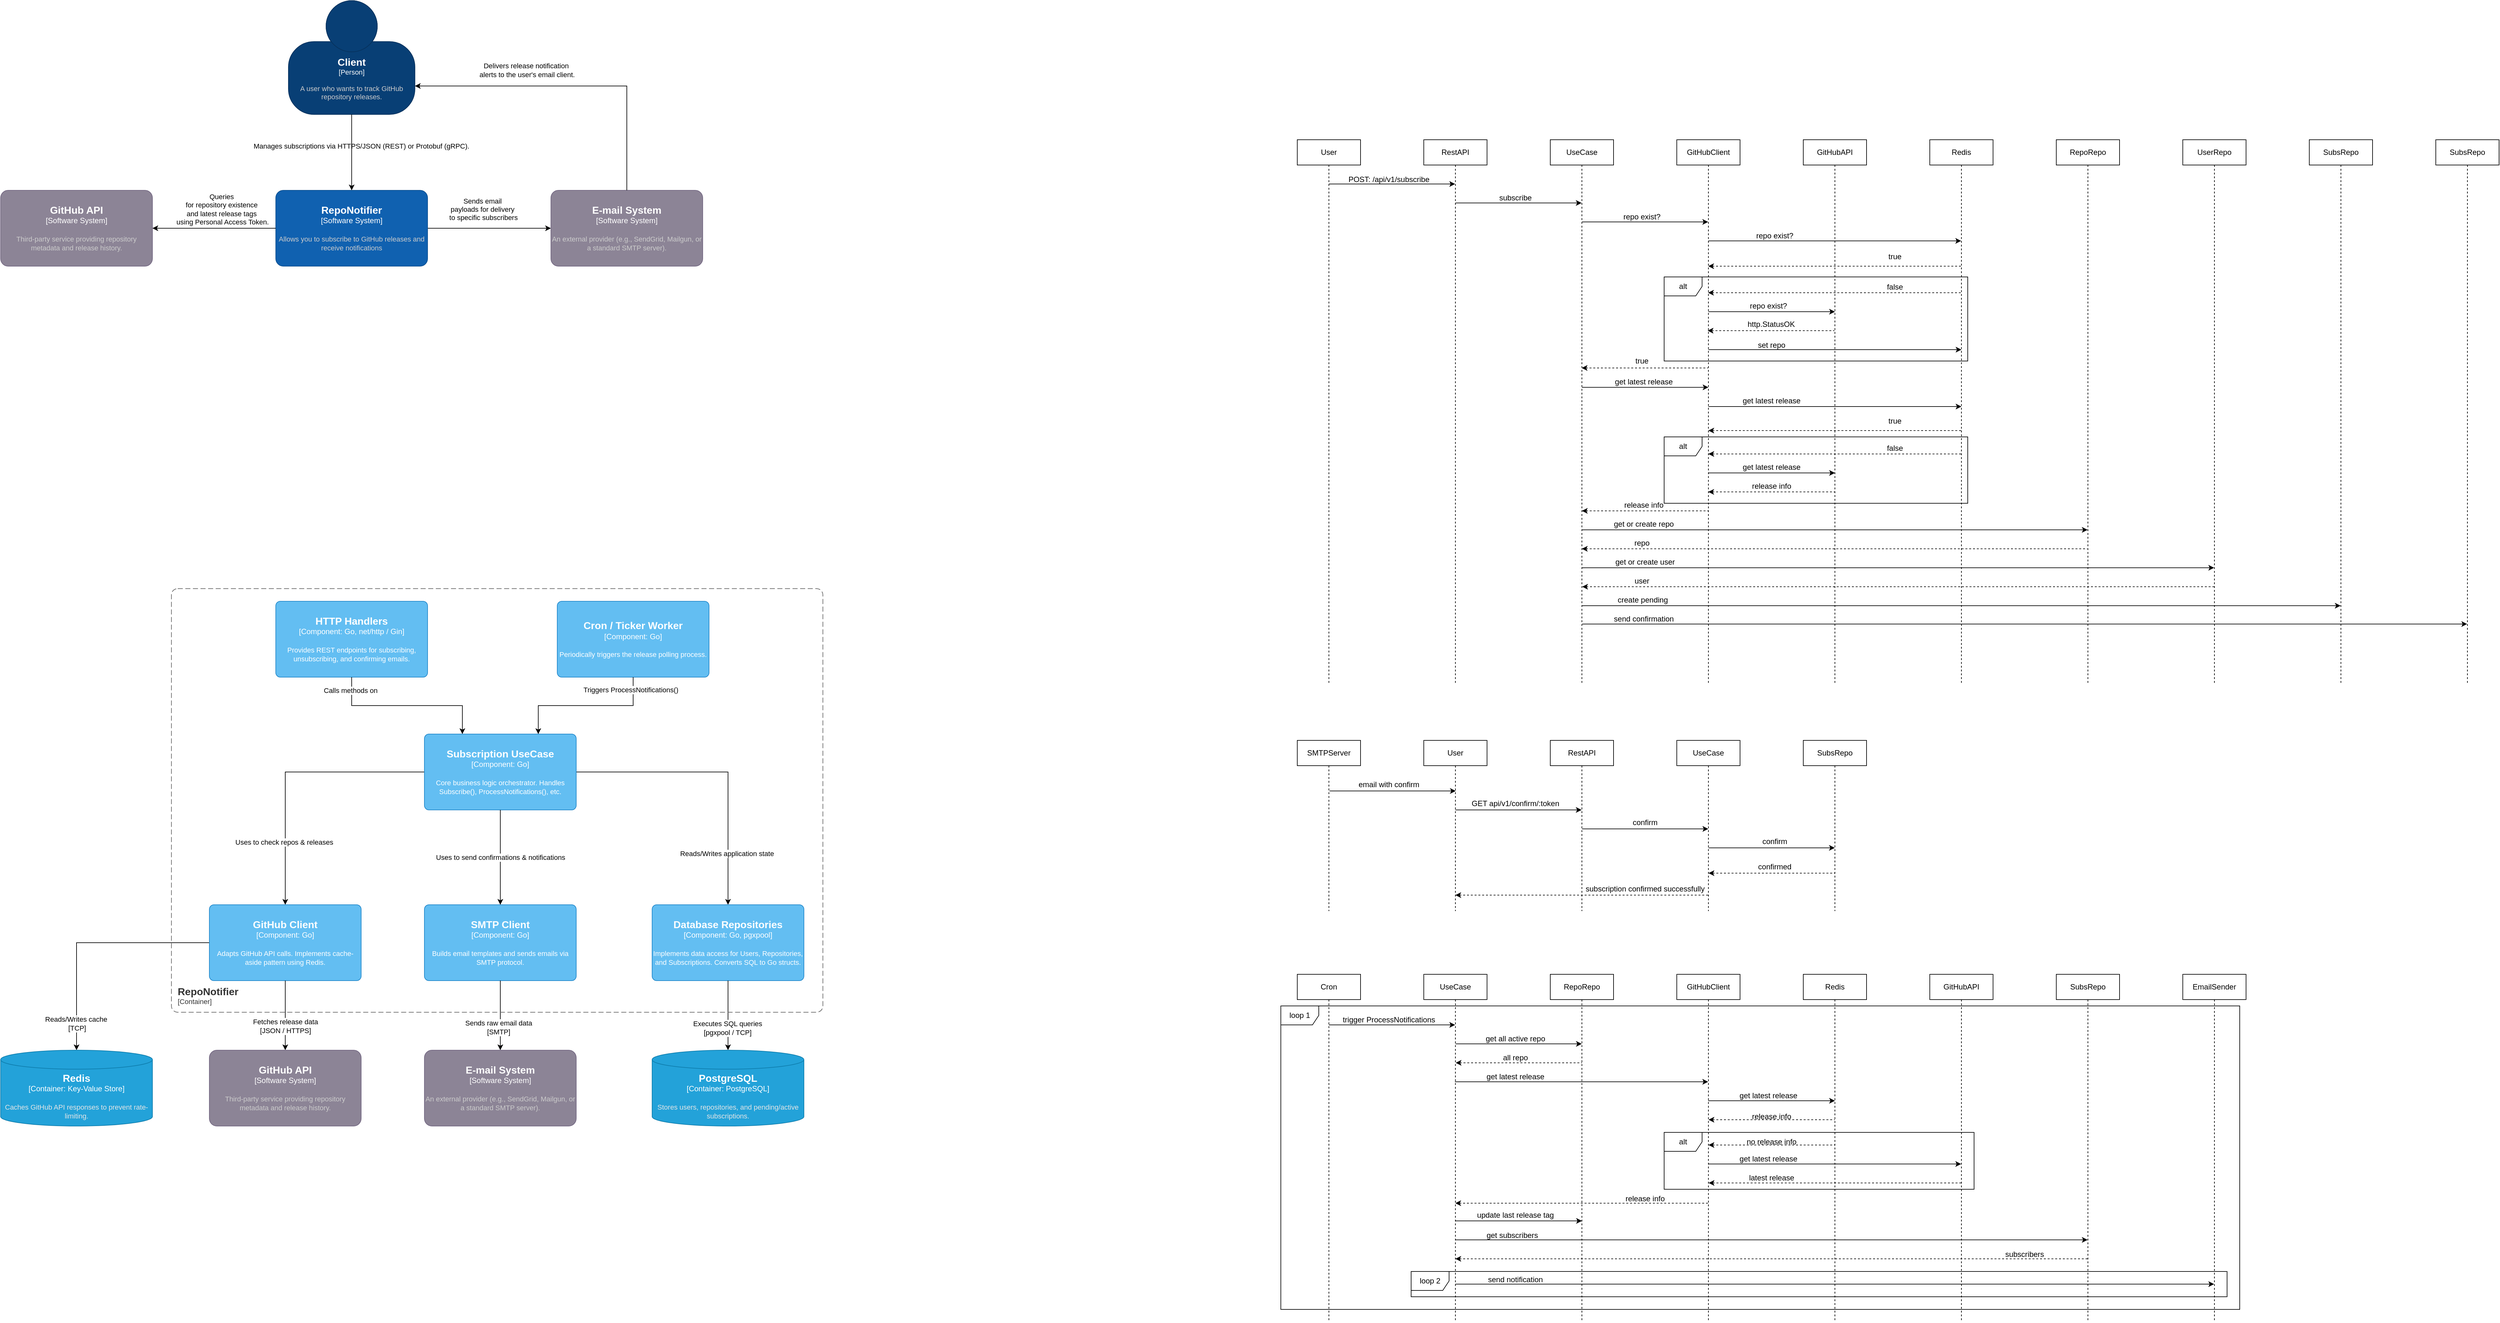
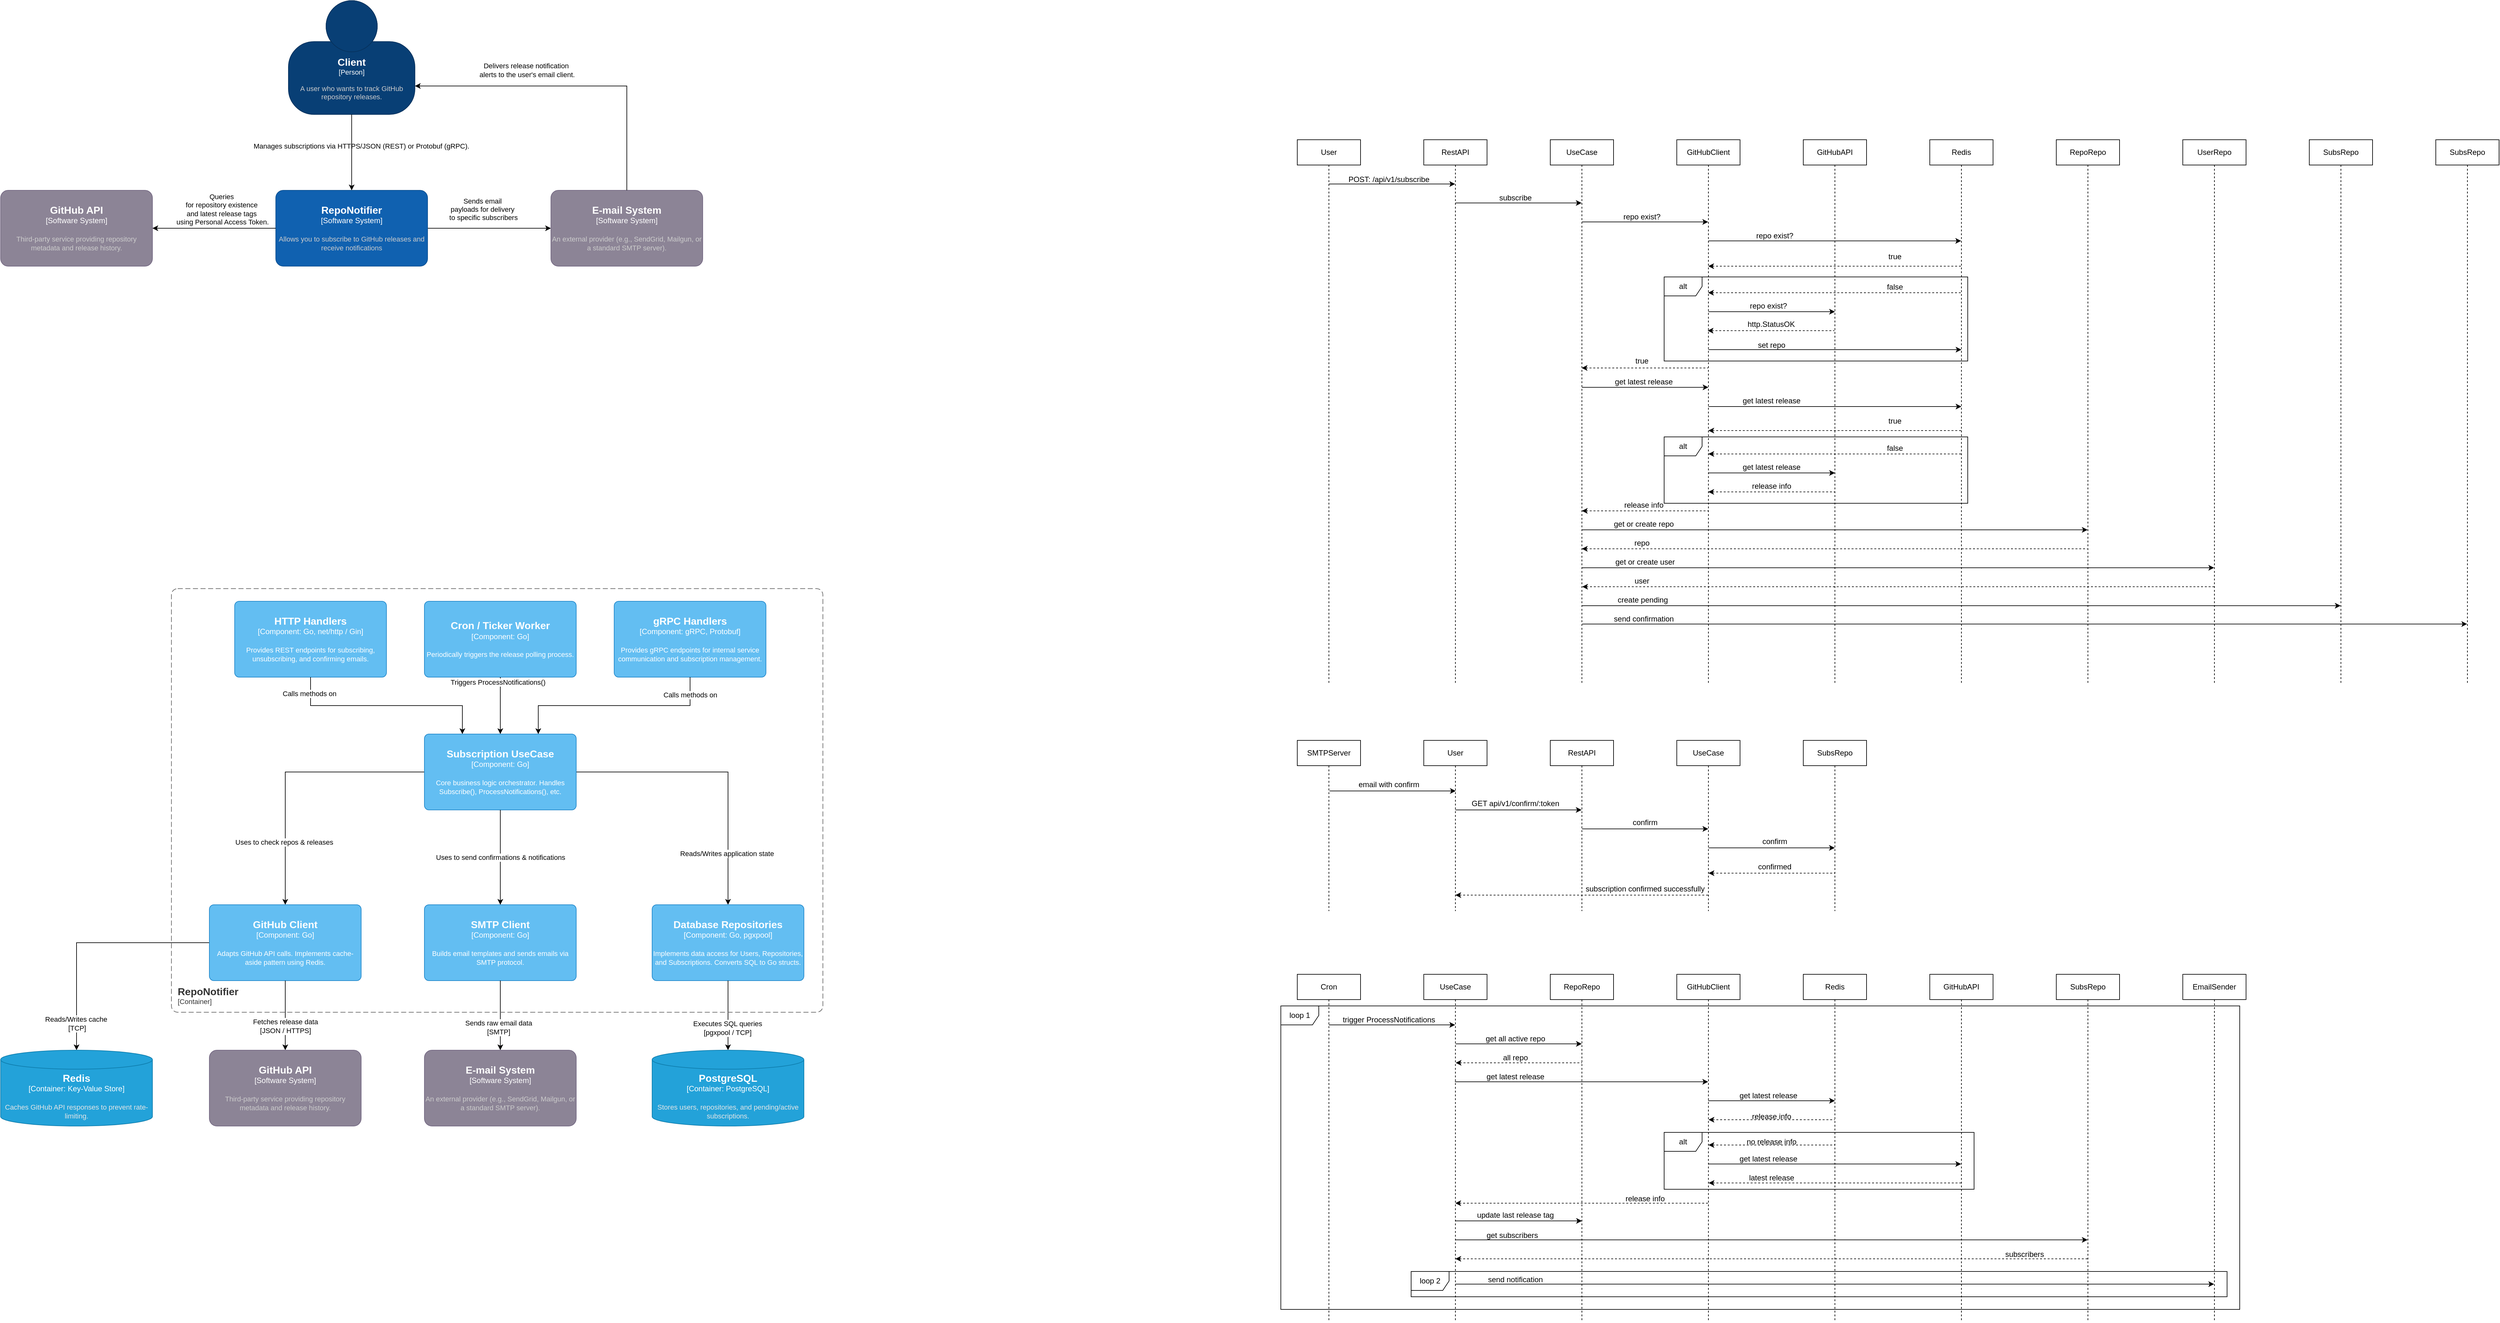
<mxfile host="Electron" agent="Mozilla/5.0 (Windows NT 10.0; Win64; x64) AppleWebKit/537.36 (KHTML, like Gecko) draw.io/29.6.1 Chrome/142.0.7444.265 Electron/39.8.0 Safari/537.36" version="29.6.1">
  <diagram name="Page-1" id="_mX6O2-_YA1HbkudUwjN">
    <mxGraphModel dx="4634" dy="1268" grid="1" gridSize="10" guides="1" tooltips="1" connect="1" arrows="1" fold="1" page="1" pageScale="1" pageWidth="850" pageHeight="1100" background="light-dark(#ffffff, #ededed)" math="0" shadow="0">
      <root>
        <mxCell id="0" />
        <mxCell id="1" parent="0" />
        <object placeholders="1" c4Name="Client" c4Type="Person" c4Description="A user who wants to track GitHub repository releases." label="&lt;font style=&quot;font-size: 16px&quot;&gt;&lt;b&gt;%c4Name%&lt;/b&gt;&lt;/font&gt;&lt;div&gt;[%c4Type%]&lt;/div&gt;&lt;br&gt;&lt;div&gt;&lt;font style=&quot;font-size: 11px&quot;&gt;&lt;font color=&quot;#cccccc&quot;&gt;%c4Description%&lt;/font&gt;&lt;/div&gt;" id="KqjU06csI6xiLWW79y0R-1">
          <mxCell parent="1" style="html=1;fontSize=11;dashed=0;whiteSpace=wrap;fillColor=#083F75;strokeColor=#06315C;fontColor=#ffffff;shape=mxgraph.c4.person2;align=center;metaEdit=1;points=[[0.5,0,0],[1,0.5,0],[1,0.75,0],[0.75,1,0],[0.5,1,0],[0.25,1,0],[0,0.75,0],[0,0.5,0]];resizable=0;" vertex="1">
            <mxGeometry height="180" width="200" x="-1315" y="20" as="geometry" />
          </mxCell>
        </object>
        <mxCell id="KqjU06csI6xiLWW79y0R-6" edge="1" parent="1" source="KqjU06csI6xiLWW79y0R-2" style="edgeStyle=orthogonalEdgeStyle;rounded=0;orthogonalLoop=1;jettySize=auto;html=1;" target="KqjU06csI6xiLWW79y0R-4">
          <mxGeometry relative="1" as="geometry" />
        </mxCell>
        <mxCell id="KqjU06csI6xiLWW79y0R-10" connectable="0" parent="KqjU06csI6xiLWW79y0R-6" style="edgeLabel;html=1;align=center;verticalAlign=middle;resizable=0;points=[];" value="Sends email&amp;nbsp;&lt;div&gt;payloads for delivery&amp;nbsp;&lt;/div&gt;&lt;div&gt;to specific subscribers&lt;/div&gt;" vertex="1">
          <mxGeometry relative="1" x="-0.1036" y="1" as="geometry">
            <mxPoint y="-29" as="offset" />
          </mxGeometry>
        </mxCell>
        <object placeholders="1" c4Name="RepoNotifier" c4Type="Software System" c4Description="Allows you to subscribe to GitHub releases and receive notifications" label="&lt;font style=&quot;font-size: 16px&quot;&gt;&lt;b&gt;%c4Name%&lt;/b&gt;&lt;/font&gt;&lt;div&gt;[%c4Type%]&lt;/div&gt;&lt;br&gt;&lt;div&gt;&lt;font style=&quot;font-size: 11px&quot;&gt;&lt;font color=&quot;#cccccc&quot;&gt;%c4Description%&lt;/font&gt;&lt;/div&gt;" id="KqjU06csI6xiLWW79y0R-2">
          <mxCell parent="1" style="rounded=1;whiteSpace=wrap;html=1;labelBackgroundColor=none;fillColor=#1061B0;fontColor=#ffffff;align=center;arcSize=10;strokeColor=#0D5091;metaEdit=1;resizable=0;points=[[0.25,0,0],[0.5,0,0],[0.75,0,0],[1,0.25,0],[1,0.5,0],[1,0.75,0],[0.75,1,0],[0.5,1,0],[0.25,1,0],[0,0.75,0],[0,0.5,0],[0,0.25,0]];" vertex="1">
            <mxGeometry height="120" width="240" x="-1335" y="320" as="geometry" />
          </mxCell>
        </object>
        <object placeholders="1" c4Name="GitHub API" c4Type="Software System" c4Description="Third-party service providing repository metadata and release history." label="&lt;font style=&quot;font-size: 16px&quot;&gt;&lt;b&gt;%c4Name%&lt;/b&gt;&lt;/font&gt;&lt;div&gt;[%c4Type%]&lt;/div&gt;&lt;br&gt;&lt;div&gt;&lt;font style=&quot;font-size: 11px&quot;&gt;&lt;font color=&quot;#cccccc&quot;&gt;%c4Description%&lt;/font&gt;&lt;/div&gt;" id="KqjU06csI6xiLWW79y0R-3">
          <mxCell parent="1" style="rounded=1;whiteSpace=wrap;html=1;labelBackgroundColor=none;fillColor=#8C8496;fontColor=#ffffff;align=center;arcSize=10;strokeColor=#736782;metaEdit=1;resizable=0;points=[[0.25,0,0],[0.5,0,0],[0.75,0,0],[1,0.25,0],[1,0.5,0],[1,0.75,0],[0.75,1,0],[0.5,1,0],[0.25,1,0],[0,0.75,0],[0,0.5,0],[0,0.25,0]];" vertex="1">
            <mxGeometry height="120" width="240" x="-1770" y="320" as="geometry" />
          </mxCell>
        </object>
        <object placeholders="1" c4Name="E-mail System" c4Type="Software System" c4Description="An external provider (e.g., SendGrid, Mailgun, or a standard SMTP server)." label="&lt;font style=&quot;font-size: 16px&quot;&gt;&lt;b&gt;%c4Name%&lt;/b&gt;&lt;/font&gt;&lt;div&gt;[%c4Type%]&lt;/div&gt;&lt;br&gt;&lt;div&gt;&lt;font style=&quot;font-size: 11px&quot;&gt;&lt;font color=&quot;#cccccc&quot;&gt;%c4Description%&lt;/font&gt;&lt;/div&gt;" id="KqjU06csI6xiLWW79y0R-4">
          <mxCell parent="1" style="rounded=1;whiteSpace=wrap;html=1;labelBackgroundColor=none;fillColor=#8C8496;fontColor=#ffffff;align=center;arcSize=10;strokeColor=#736782;metaEdit=1;resizable=0;points=[[0.25,0,0],[0.5,0,0],[0.75,0,0],[1,0.25,0],[1,0.5,0],[1,0.75,0],[0.75,1,0],[0.5,1,0],[0.25,1,0],[0,0.75,0],[0,0.5,0],[0,0.25,0]];" vertex="1">
            <mxGeometry height="120" width="240" x="-900" y="320" as="geometry" />
          </mxCell>
        </object>
        <mxCell id="KqjU06csI6xiLWW79y0R-5" edge="1" parent="1" source="KqjU06csI6xiLWW79y0R-2" style="edgeStyle=orthogonalEdgeStyle;rounded=0;orthogonalLoop=1;jettySize=auto;html=1;entryX=1;entryY=0.5;entryDx=0;entryDy=0;entryPerimeter=0;" target="KqjU06csI6xiLWW79y0R-3">
          <mxGeometry relative="1" as="geometry" />
        </mxCell>
        <mxCell id="KqjU06csI6xiLWW79y0R-9" connectable="0" parent="KqjU06csI6xiLWW79y0R-5" style="edgeLabel;html=1;align=center;verticalAlign=middle;resizable=0;points=[];labelBackgroundColor=none;" value="Queries&lt;div&gt;&amp;nbsp;for repository existence&amp;nbsp;&lt;/div&gt;&lt;div&gt;and latest release tags&lt;/div&gt;&lt;div&gt;&amp;nbsp;using Personal Access Token.&lt;/div&gt;" vertex="1">
          <mxGeometry relative="1" x="-0.1162" y="-3" as="geometry">
            <mxPoint y="-27" as="offset" />
          </mxGeometry>
        </mxCell>
        <mxCell id="KqjU06csI6xiLWW79y0R-7" edge="1" parent="1" source="KqjU06csI6xiLWW79y0R-1" style="edgeStyle=orthogonalEdgeStyle;rounded=0;orthogonalLoop=1;jettySize=auto;html=1;entryX=0.5;entryY=0;entryDx=0;entryDy=0;entryPerimeter=0;" target="KqjU06csI6xiLWW79y0R-2">
          <mxGeometry relative="1" as="geometry" />
        </mxCell>
        <mxCell id="KqjU06csI6xiLWW79y0R-8" connectable="0" parent="KqjU06csI6xiLWW79y0R-7" style="edgeLabel;html=1;align=center;verticalAlign=middle;resizable=0;points=[];labelBackgroundColor=none;" value="Manages subscriptions via HTTPS/JSON (REST) or Protobuf (gRPC)." vertex="1">
          <mxGeometry relative="1" x="-0.1633" y="-2" as="geometry">
            <mxPoint x="17" as="offset" />
          </mxGeometry>
        </mxCell>
        <mxCell id="KqjU06csI6xiLWW79y0R-11" edge="1" parent="1" source="KqjU06csI6xiLWW79y0R-4" style="edgeStyle=orthogonalEdgeStyle;rounded=0;orthogonalLoop=1;jettySize=auto;html=1;entryX=1;entryY=0.75;entryDx=0;entryDy=0;entryPerimeter=0;exitX=0.5;exitY=0;exitDx=0;exitDy=0;exitPerimeter=0;" target="KqjU06csI6xiLWW79y0R-1">
          <mxGeometry relative="1" as="geometry" />
        </mxCell>
        <mxCell id="KqjU06csI6xiLWW79y0R-12" connectable="0" parent="KqjU06csI6xiLWW79y0R-11" style="edgeLabel;html=1;align=center;verticalAlign=middle;resizable=0;points=[];" value="Delivers release notification&amp;nbsp;&lt;div&gt;alerts to the user&#39;s email client.&lt;/div&gt;" vertex="1">
          <mxGeometry relative="1" x="0.2928" y="-3" as="geometry">
            <mxPoint y="-22" as="offset" />
          </mxGeometry>
        </mxCell>
        <object placeholders="1" c4Name="HTTP Handlers" c4Type="Component" c4Technology="Go, net/http / Gin" c4Description="Provides REST endpoints for subscribing, unsubscribing, and confirming emails." label="&lt;font style=&quot;font-size: 16px&quot;&gt;&lt;b&gt;%c4Name%&lt;/b&gt;&lt;/font&gt;&lt;div&gt;[%c4Type%: %c4Technology%]&lt;/div&gt;&lt;br&gt;&lt;div&gt;&lt;font style=&quot;font-size: 11px&quot;&gt;%c4Description%&lt;/font&gt;&lt;/div&gt;" id="6TYx0S4oUNZdPBhkwosm-1">
          <mxCell parent="1" style="rounded=1;whiteSpace=wrap;html=1;labelBackgroundColor=none;fillColor=#63BEF2;fontColor=#ffffff;align=center;arcSize=6;strokeColor=#2086C9;metaEdit=1;resizable=0;points=[[0.25,0,0],[0.5,0,0],[0.75,0,0],[1,0.25,0],[1,0.5,0],[1,0.75,0],[0.75,1,0],[0.5,1,0],[0.25,1,0],[0,0.75,0],[0,0.5,0],[0,0.25,0]];" vertex="1">
-             <mxGeometry height="120" width="240" x="-1335" y="970" as="geometry" />
+             <mxGeometry height="120" width="240" x="-1400" y="970" as="geometry" />
          </mxCell>
        </object>
        <object placeholders="1" c4Name="Cron / Ticker Worker" c4Type="Component" c4Technology="Go" c4Description="Periodically triggers the release polling process." label="&lt;font style=&quot;font-size: 16px&quot;&gt;&lt;b&gt;%c4Name%&lt;/b&gt;&lt;/font&gt;&lt;div&gt;[%c4Type%: %c4Technology%]&lt;/div&gt;&lt;br&gt;&lt;div&gt;&lt;font style=&quot;font-size: 11px&quot;&gt;%c4Description%&lt;/font&gt;&lt;/div&gt;" id="6TYx0S4oUNZdPBhkwosm-3">
          <mxCell parent="1" style="rounded=1;whiteSpace=wrap;html=1;labelBackgroundColor=none;fillColor=#63BEF2;fontColor=#ffffff;align=center;arcSize=6;strokeColor=#2086C9;metaEdit=1;resizable=0;points=[[0.25,0,0],[0.5,0,0],[0.75,0,0],[1,0.25,0],[1,0.5,0],[1,0.75,0],[0.75,1,0],[0.5,1,0],[0.25,1,0],[0,0.75,0],[0,0.5,0],[0,0.25,0]];" vertex="1">
-             <mxGeometry height="120" width="240" x="-890" y="970" as="geometry" />
+             <mxGeometry height="120" width="240" x="-1100" y="970" as="geometry" />
          </mxCell>
        </object>
        <mxCell id="6TYx0S4oUNZdPBhkwosm-17" edge="1" parent="1" source="6TYx0S4oUNZdPBhkwosm-4" style="edgeStyle=orthogonalEdgeStyle;rounded=0;orthogonalLoop=1;jettySize=auto;html=1;" target="6TYx0S4oUNZdPBhkwosm-5">
          <mxGeometry relative="1" as="geometry" />
        </mxCell>
        <mxCell id="6TYx0S4oUNZdPBhkwosm-26" connectable="0" parent="6TYx0S4oUNZdPBhkwosm-17" style="edgeLabel;html=1;align=center;verticalAlign=middle;resizable=0;points=[];" value="Uses to check repos &amp;amp; releases" vertex="1">
          <mxGeometry relative="1" x="0.5382" y="-2" as="geometry">
            <mxPoint as="offset" />
          </mxGeometry>
        </mxCell>
        <mxCell id="6TYx0S4oUNZdPBhkwosm-18" edge="1" parent="1" source="6TYx0S4oUNZdPBhkwosm-4" style="edgeStyle=orthogonalEdgeStyle;rounded=0;orthogonalLoop=1;jettySize=auto;html=1;" target="6TYx0S4oUNZdPBhkwosm-7">
          <mxGeometry relative="1" as="geometry" />
        </mxCell>
        <mxCell id="6TYx0S4oUNZdPBhkwosm-27" connectable="0" parent="6TYx0S4oUNZdPBhkwosm-18" style="edgeLabel;html=1;align=center;verticalAlign=middle;resizable=0;points=[];" value="Reads/Writes application state" vertex="1">
          <mxGeometry relative="1" x="0.6371" y="-2" as="geometry">
            <mxPoint as="offset" />
          </mxGeometry>
        </mxCell>
        <object placeholders="1" c4Name="Subscription UseCase" c4Type="Component" c4Technology="Go" c4Description="Core business logic orchestrator. Handles Subscribe(), ProcessNotifications(), etc." label="&lt;font style=&quot;font-size: 16px&quot;&gt;&lt;b&gt;%c4Name%&lt;/b&gt;&lt;/font&gt;&lt;div&gt;[%c4Type%: %c4Technology%]&lt;/div&gt;&lt;br&gt;&lt;div&gt;&lt;font style=&quot;font-size: 11px&quot;&gt;%c4Description%&lt;/font&gt;&lt;/div&gt;" id="6TYx0S4oUNZdPBhkwosm-4">
          <mxCell parent="1" style="rounded=1;whiteSpace=wrap;html=1;labelBackgroundColor=none;fillColor=#63BEF2;fontColor=#ffffff;align=center;arcSize=6;strokeColor=#2086C9;metaEdit=1;resizable=0;points=[[0.25,0,0],[0.5,0,0],[0.75,0,0],[1,0.25,0],[1,0.5,0],[1,0.75,0],[0.75,1,0],[0.5,1,0],[0.25,1,0],[0,0.75,0],[0,0.5,0],[0,0.25,0]];" vertex="1">
            <mxGeometry height="120" width="240" x="-1100" y="1180" as="geometry" />
          </mxCell>
        </object>
        <mxCell id="6TYx0S4oUNZdPBhkwosm-12" edge="1" parent="1" source="6TYx0S4oUNZdPBhkwosm-5" style="edgeStyle=orthogonalEdgeStyle;rounded=0;orthogonalLoop=1;jettySize=auto;html=1;" target="6TYx0S4oUNZdPBhkwosm-8">
          <mxGeometry relative="1" as="geometry" />
        </mxCell>
        <mxCell id="6TYx0S4oUNZdPBhkwosm-29" connectable="0" parent="6TYx0S4oUNZdPBhkwosm-12" style="edgeLabel;html=1;align=center;verticalAlign=middle;resizable=0;points=[];" value="Reads/Writes cache&lt;br&gt;&amp;nbsp;[TCP]" vertex="1">
          <mxGeometry relative="1" x="0.7765" y="-1" as="geometry">
            <mxPoint as="offset" />
          </mxGeometry>
        </mxCell>
        <object placeholders="1" c4Name="GitHub Client" c4Type="Component" c4Technology="Go" c4Description="Adapts GitHub API calls. Implements cache-aside pattern using Redis." label="&lt;font style=&quot;font-size: 16px&quot;&gt;&lt;b&gt;%c4Name%&lt;/b&gt;&lt;/font&gt;&lt;div&gt;[%c4Type%: %c4Technology%]&lt;/div&gt;&lt;br&gt;&lt;div&gt;&lt;font style=&quot;font-size: 11px&quot;&gt;%c4Description%&lt;/font&gt;&lt;/div&gt;" id="6TYx0S4oUNZdPBhkwosm-5">
          <mxCell parent="1" style="rounded=1;whiteSpace=wrap;html=1;labelBackgroundColor=none;fillColor=#63BEF2;fontColor=#ffffff;align=center;arcSize=6;strokeColor=#2086C9;metaEdit=1;resizable=0;points=[[0.25,0,0],[0.5,0,0],[0.75,0,0],[1,0.25,0],[1,0.5,0],[1,0.75,0],[0.75,1,0],[0.5,1,0],[0.25,1,0],[0,0.75,0],[0,0.5,0],[0,0.25,0]];" vertex="1">
            <mxGeometry height="120" width="240" x="-1440" y="1450" as="geometry" />
          </mxCell>
        </object>
        <object placeholders="1" c4Name="SMTP Client" c4Type="Component" c4Technology="Go" c4Description="Builds email templates and sends emails via SMTP protocol." label="&lt;font style=&quot;font-size: 16px&quot;&gt;&lt;b&gt;%c4Name%&lt;/b&gt;&lt;/font&gt;&lt;div&gt;[%c4Type%: %c4Technology%]&lt;/div&gt;&lt;br&gt;&lt;div&gt;&lt;font style=&quot;font-size: 11px&quot;&gt;%c4Description%&lt;/font&gt;&lt;/div&gt;" id="6TYx0S4oUNZdPBhkwosm-6">
          <mxCell parent="1" style="rounded=1;whiteSpace=wrap;html=1;labelBackgroundColor=none;fillColor=#63BEF2;fontColor=#ffffff;align=center;arcSize=6;strokeColor=#2086C9;metaEdit=1;resizable=0;points=[[0.25,0,0],[0.5,0,0],[0.75,0,0],[1,0.25,0],[1,0.5,0],[1,0.75,0],[0.75,1,0],[0.5,1,0],[0.25,1,0],[0,0.75,0],[0,0.5,0],[0,0.25,0]];" vertex="1">
            <mxGeometry height="120" width="240" x="-1100" y="1450" as="geometry" />
          </mxCell>
        </object>
        <object placeholders="1" c4Name="Database Repositories" c4Type="Component" c4Technology="Go, pgxpool" c4Description="Implements data access for Users, Repositories, and Subscriptions. Converts SQL to Go structs." label="&lt;font style=&quot;font-size: 16px&quot;&gt;&lt;b&gt;%c4Name%&lt;/b&gt;&lt;/font&gt;&lt;div&gt;[%c4Type%: %c4Technology%]&lt;/div&gt;&lt;br&gt;&lt;div&gt;&lt;font style=&quot;font-size: 11px&quot;&gt;%c4Description%&lt;/font&gt;&lt;/div&gt;" id="6TYx0S4oUNZdPBhkwosm-7">
          <mxCell parent="1" style="rounded=1;whiteSpace=wrap;html=1;labelBackgroundColor=none;fillColor=#63BEF2;fontColor=#ffffff;align=center;arcSize=6;strokeColor=#2086C9;metaEdit=1;resizable=0;points=[[0.25,0,0],[0.5,0,0],[0.75,0,0],[1,0.25,0],[1,0.5,0],[1,0.75,0],[0.75,1,0],[0.5,1,0],[0.25,1,0],[0,0.75,0],[0,0.5,0],[0,0.25,0]];" vertex="1">
            <mxGeometry height="120" width="240" x="-740" y="1450" as="geometry" />
          </mxCell>
        </object>
        <object placeholders="1" c4Name="Redis" c4Type="Container" c4Technology="Key-Value Store" c4Description="Caches GitHub API responses to prevent rate-limiting." label="&lt;font style=&quot;font-size: 16px&quot;&gt;&lt;b&gt;%c4Name%&lt;/b&gt;&lt;/font&gt;&lt;div&gt;[%c4Type%:&amp;nbsp;%c4Technology%]&lt;/div&gt;&lt;br&gt;&lt;div&gt;&lt;font style=&quot;font-size: 11px&quot;&gt;&lt;font color=&quot;#E6E6E6&quot;&gt;%c4Description%&lt;/font&gt;&lt;/div&gt;" id="6TYx0S4oUNZdPBhkwosm-8">
          <mxCell parent="1" style="shape=cylinder3;size=15;whiteSpace=wrap;html=1;boundedLbl=1;rounded=0;labelBackgroundColor=none;fillColor=#23A2D9;fontSize=12;fontColor=#ffffff;align=center;strokeColor=#0E7DAD;metaEdit=1;points=[[0.5,0,0],[1,0.25,0],[1,0.5,0],[1,0.75,0],[0.5,1,0],[0,0.75,0],[0,0.5,0],[0,0.25,0]];resizable=0;" vertex="1">
            <mxGeometry height="120" width="240" x="-1770" y="1680" as="geometry" />
          </mxCell>
        </object>
        <mxCell id="6TYx0S4oUNZdPBhkwosm-13" edge="1" parent="1" source="6TYx0S4oUNZdPBhkwosm-5" style="edgeStyle=orthogonalEdgeStyle;rounded=0;orthogonalLoop=1;jettySize=auto;html=1;entryX=0.5;entryY=0;entryDx=0;entryDy=0;entryPerimeter=0;" target="6TYx0S4oUNZdPBhkwosm-22">
          <mxGeometry relative="1" as="geometry">
            <mxPoint x="-1320" y="1680" as="targetPoint" />
          </mxGeometry>
        </mxCell>
        <mxCell id="6TYx0S4oUNZdPBhkwosm-30" connectable="0" parent="6TYx0S4oUNZdPBhkwosm-13" style="edgeLabel;html=1;align=center;verticalAlign=middle;resizable=0;points=[];" value="Fetches release data&lt;br&gt;[JSON / HTTPS]" vertex="1">
          <mxGeometry relative="1" x="0.3134" as="geometry">
            <mxPoint as="offset" />
          </mxGeometry>
        </mxCell>
        <mxCell id="6TYx0S4oUNZdPBhkwosm-14" edge="1" parent="1" source="6TYx0S4oUNZdPBhkwosm-6" style="edgeStyle=orthogonalEdgeStyle;rounded=0;orthogonalLoop=1;jettySize=auto;html=1;" target="6TYx0S4oUNZdPBhkwosm-23">
          <mxGeometry relative="1" as="geometry">
            <mxPoint x="-980" y="1680" as="targetPoint" />
          </mxGeometry>
        </mxCell>
        <mxCell id="6TYx0S4oUNZdPBhkwosm-31" connectable="0" parent="6TYx0S4oUNZdPBhkwosm-14" style="edgeLabel;html=1;align=center;verticalAlign=middle;resizable=0;points=[];" value="Sends raw email data&lt;br&gt;[SMTP]" vertex="1">
          <mxGeometry relative="1" x="0.3348" y="-3" as="geometry">
            <mxPoint as="offset" />
          </mxGeometry>
        </mxCell>
        <mxCell id="6TYx0S4oUNZdPBhkwosm-15" edge="1" parent="1" source="6TYx0S4oUNZdPBhkwosm-7" style="edgeStyle=orthogonalEdgeStyle;rounded=0;orthogonalLoop=1;jettySize=auto;html=1;entryX=0.5;entryY=0;entryDx=0;entryDy=0;entryPerimeter=0;" target="6TYx0S4oUNZdPBhkwosm-32">
          <mxGeometry relative="1" as="geometry">
            <mxPoint x="-620" y="1680" as="targetPoint" />
          </mxGeometry>
        </mxCell>
        <mxCell id="6TYx0S4oUNZdPBhkwosm-28" connectable="0" parent="6TYx0S4oUNZdPBhkwosm-15" style="edgeLabel;html=1;align=center;verticalAlign=middle;resizable=0;points=[];" value="Executes SQL queries&lt;br&gt;[pgxpool / TCP]" vertex="1">
          <mxGeometry relative="1" x="0.3604" y="-1" as="geometry">
            <mxPoint as="offset" />
          </mxGeometry>
        </mxCell>
        <mxCell id="6TYx0S4oUNZdPBhkwosm-16" edge="1" parent="1" source="6TYx0S4oUNZdPBhkwosm-4" style="edgeStyle=orthogonalEdgeStyle;rounded=0;orthogonalLoop=1;jettySize=auto;html=1;entryX=0.5;entryY=0;entryDx=0;entryDy=0;entryPerimeter=0;" target="6TYx0S4oUNZdPBhkwosm-6" value="Uses to send confirmations &amp; notifications">
          <mxGeometry relative="1" as="geometry" />
        </mxCell>
-         <mxCell id="6TYx0S4oUNZdPBhkwosm-19" edge="1" parent="1" source="6TYx0S4oUNZdPBhkwosm-1" style="edgeStyle=orthogonalEdgeStyle;rounded=0;orthogonalLoop=1;jettySize=auto;html=1;entryX=0.25;entryY=0;entryDx=0;entryDy=0;entryPerimeter=0;" target="6TYx0S4oUNZdPBhkwosm-4">
+         <mxCell id="6TYx0S4oUNZdPBhkwosm-19" edge="1" parent="1" source="6TYx0S4oUNZdPBhkwosm-1" style="edgeStyle=orthogonalEdgeStyle;rounded=0;orthogonalLoop=1;jettySize=auto;html=1;entryX=0.25;entryY=0;entryDx=0;entryDy=0;entryPerimeter=0;exitX=0.5;exitY=1;exitDx=0;exitDy=0;exitPerimeter=0;" target="6TYx0S4oUNZdPBhkwosm-4">
          <mxGeometry relative="1" as="geometry" />
        </mxCell>
        <mxCell id="6TYx0S4oUNZdPBhkwosm-24" connectable="0" parent="6TYx0S4oUNZdPBhkwosm-19" style="edgeLabel;html=1;align=center;verticalAlign=middle;resizable=0;points=[];" value="Calls methods on" vertex="1">
          <mxGeometry relative="1" x="-0.8437" y="-2" as="geometry">
            <mxPoint as="offset" />
          </mxGeometry>
        </mxCell>
-         <mxCell id="6TYx0S4oUNZdPBhkwosm-20" edge="1" parent="1" source="6TYx0S4oUNZdPBhkwosm-3" style="edgeStyle=orthogonalEdgeStyle;rounded=0;orthogonalLoop=1;jettySize=auto;html=1;entryX=0.75;entryY=0;entryDx=0;entryDy=0;entryPerimeter=0;" target="6TYx0S4oUNZdPBhkwosm-4">
+         <mxCell id="6TYx0S4oUNZdPBhkwosm-20" edge="1" parent="1" source="6TYx0S4oUNZdPBhkwosm-3" style="edgeStyle=orthogonalEdgeStyle;rounded=0;orthogonalLoop=1;jettySize=auto;html=1;entryX=0.5;entryY=0;entryDx=0;entryDy=0;entryPerimeter=0;" target="6TYx0S4oUNZdPBhkwosm-4">
          <mxGeometry relative="1" as="geometry" />
        </mxCell>
        <mxCell id="6TYx0S4oUNZdPBhkwosm-25" connectable="0" parent="6TYx0S4oUNZdPBhkwosm-20" style="edgeLabel;html=1;align=center;verticalAlign=middle;resizable=0;points=[];" value="Triggers ProcessNotifications()" vertex="1">
          <mxGeometry relative="1" x="-0.8373" y="-4" as="geometry">
            <mxPoint as="offset" />
          </mxGeometry>
        </mxCell>
        <object placeholders="1" c4Name="RepoNotifier" c4Type="ContainerScopeBoundary" c4Application="Container" label="&lt;font style=&quot;font-size: 16px&quot;&gt;&lt;b&gt;&lt;div style=&quot;text-align: left&quot;&gt;%c4Name%&lt;/div&gt;&lt;/b&gt;&lt;/font&gt;&lt;div style=&quot;text-align: left&quot;&gt;[%c4Application%]&lt;/div&gt;" id="6TYx0S4oUNZdPBhkwosm-21">
          <mxCell parent="1" style="rounded=1;fontSize=11;whiteSpace=wrap;html=1;dashed=1;arcSize=20;fillColor=none;strokeColor=#666666;fontColor=#333333;labelBackgroundColor=none;align=left;verticalAlign=bottom;labelBorderColor=none;spacingTop=0;spacing=10;dashPattern=8 4;metaEdit=1;rotatable=0;perimeter=rectanglePerimeter;noLabel=0;labelPadding=0;allowArrows=0;connectable=0;expand=0;recursiveResize=0;editable=1;pointerEvents=0;absoluteArcSize=1;points=[[0.25,0,0],[0.5,0,0],[0.75,0,0],[1,0.25,0],[1,0.5,0],[1,0.75,0],[0.75,1,0],[0.5,1,0],[0.25,1,0],[0,0.75,0],[0,0.5,0],[0,0.25,0]];" vertex="1">
            <mxGeometry height="670" width="1030" x="-1500" y="950" as="geometry" />
          </mxCell>
        </object>
        <object placeholders="1" c4Name="GitHub API" c4Type="Software System" c4Description="Third-party service providing repository metadata and release history." label="&lt;font style=&quot;font-size: 16px&quot;&gt;&lt;b&gt;%c4Name%&lt;/b&gt;&lt;/font&gt;&lt;div&gt;[%c4Type%]&lt;/div&gt;&lt;br&gt;&lt;div&gt;&lt;font style=&quot;font-size: 11px&quot;&gt;&lt;font color=&quot;#cccccc&quot;&gt;%c4Description%&lt;/font&gt;&lt;/div&gt;" id="6TYx0S4oUNZdPBhkwosm-22">
          <mxCell parent="1" style="rounded=1;whiteSpace=wrap;html=1;labelBackgroundColor=none;fillColor=#8C8496;fontColor=#ffffff;align=center;arcSize=10;strokeColor=#736782;metaEdit=1;resizable=0;points=[[0.25,0,0],[0.5,0,0],[0.75,0,0],[1,0.25,0],[1,0.5,0],[1,0.75,0],[0.75,1,0],[0.5,1,0],[0.25,1,0],[0,0.75,0],[0,0.5,0],[0,0.25,0]];" vertex="1">
            <mxGeometry height="120" width="240" x="-1440" y="1680" as="geometry" />
          </mxCell>
        </object>
        <object placeholders="1" c4Name="E-mail System" c4Type="Software System" c4Description="An external provider (e.g., SendGrid, Mailgun, or a standard SMTP server)." label="&lt;font style=&quot;font-size: 16px&quot;&gt;&lt;b&gt;%c4Name%&lt;/b&gt;&lt;/font&gt;&lt;div&gt;[%c4Type%]&lt;/div&gt;&lt;br&gt;&lt;div&gt;&lt;font style=&quot;font-size: 11px&quot;&gt;&lt;font color=&quot;#cccccc&quot;&gt;%c4Description%&lt;/font&gt;&lt;/div&gt;" id="6TYx0S4oUNZdPBhkwosm-23">
          <mxCell parent="1" style="rounded=1;whiteSpace=wrap;html=1;labelBackgroundColor=none;fillColor=#8C8496;fontColor=#ffffff;align=center;arcSize=10;strokeColor=#736782;metaEdit=1;resizable=0;points=[[0.25,0,0],[0.5,0,0],[0.75,0,0],[1,0.25,0],[1,0.5,0],[1,0.75,0],[0.75,1,0],[0.5,1,0],[0.25,1,0],[0,0.75,0],[0,0.5,0],[0,0.25,0]];" vertex="1">
            <mxGeometry height="120" width="240" x="-1100" y="1680" as="geometry" />
          </mxCell>
        </object>
        <object placeholders="1" c4Name="PostgreSQL" c4Type="Container" c4Technology="PostgreSQL" c4Description="Stores users, repositories, and pending/active subscriptions." label="&lt;font style=&quot;font-size: 16px&quot;&gt;&lt;b&gt;%c4Name%&lt;/b&gt;&lt;/font&gt;&lt;div&gt;[%c4Type%:&amp;nbsp;%c4Technology%]&lt;/div&gt;&lt;br&gt;&lt;div&gt;&lt;font style=&quot;font-size: 11px&quot;&gt;&lt;font color=&quot;#E6E6E6&quot;&gt;%c4Description%&lt;/font&gt;&lt;/div&gt;" id="6TYx0S4oUNZdPBhkwosm-32">
          <mxCell parent="1" style="shape=cylinder3;size=15;whiteSpace=wrap;html=1;boundedLbl=1;rounded=0;labelBackgroundColor=none;fillColor=#23A2D9;fontSize=12;fontColor=#ffffff;align=center;strokeColor=#0E7DAD;metaEdit=1;points=[[0.5,0,0],[1,0.25,0],[1,0.5,0],[1,0.75,0],[0.5,1,0],[0,0.75,0],[0,0.5,0],[0,0.25,0]];resizable=0;" vertex="1">
            <mxGeometry height="120" width="240" x="-740" y="1680" as="geometry" />
          </mxCell>
        </object>
        <mxCell id="6TYx0S4oUNZdPBhkwosm-33" parent="1" style="shape=umlLifeline;perimeter=lifelinePerimeter;whiteSpace=wrap;html=1;container=1;dropTarget=0;collapsible=0;recursiveResize=0;outlineConnect=0;portConstraint=eastwest;newEdgeStyle={&quot;curved&quot;:0,&quot;rounded&quot;:0};" value="User" vertex="1">
          <mxGeometry height="860" width="100" x="280" y="240" as="geometry" />
        </mxCell>
        <mxCell id="6TYx0S4oUNZdPBhkwosm-35" parent="1" style="shape=umlLifeline;perimeter=lifelinePerimeter;whiteSpace=wrap;html=1;container=1;dropTarget=0;collapsible=0;recursiveResize=0;outlineConnect=0;portConstraint=eastwest;newEdgeStyle={&quot;curved&quot;:0,&quot;rounded&quot;:0};" value="RestAPI" vertex="1">
          <mxGeometry height="860" width="100" x="480" y="240" as="geometry" />
        </mxCell>
        <mxCell id="6TYx0S4oUNZdPBhkwosm-36" edge="1" parent="1" source="6TYx0S4oUNZdPBhkwosm-33" style="endArrow=classic;html=1;rounded=0;" value="">
          <mxGeometry height="50" relative="1" width="50" as="geometry">
            <Array as="points">
              <mxPoint x="440" y="310" />
            </Array>
            <mxPoint x="510" y="420" as="sourcePoint" />
            <mxPoint x="529.5" y="310" as="targetPoint" />
          </mxGeometry>
        </mxCell>
        <mxCell id="6TYx0S4oUNZdPBhkwosm-37" parent="1" style="text;html=1;whiteSpace=wrap;strokeColor=none;fillColor=none;align=center;verticalAlign=middle;rounded=0;" value="POST: /api/v1/subscribe" vertex="1">
          <mxGeometry height="30" width="180" x="335" y="288" as="geometry" />
        </mxCell>
        <mxCell id="6TYx0S4oUNZdPBhkwosm-38" parent="1" style="shape=umlLifeline;perimeter=lifelinePerimeter;whiteSpace=wrap;html=1;container=1;dropTarget=0;collapsible=0;recursiveResize=0;outlineConnect=0;portConstraint=eastwest;newEdgeStyle={&quot;curved&quot;:0,&quot;rounded&quot;:0};" value="UseCase" vertex="1">
          <mxGeometry height="860" width="100" x="680" y="240" as="geometry" />
        </mxCell>
        <mxCell id="6TYx0S4oUNZdPBhkwosm-40" edge="1" parent="1" style="endArrow=classic;html=1;rounded=0;" value="">
          <mxGeometry height="50" relative="1" width="50" as="geometry">
            <Array as="points">
              <mxPoint x="640" y="340" />
            </Array>
            <mxPoint x="530" y="340" as="sourcePoint" />
            <mxPoint x="729.5" y="340" as="targetPoint" />
          </mxGeometry>
        </mxCell>
        <mxCell id="6TYx0S4oUNZdPBhkwosm-41" parent="1" style="text;html=1;whiteSpace=wrap;strokeColor=none;fillColor=none;align=center;verticalAlign=middle;rounded=0;" value="subscribe" vertex="1">
          <mxGeometry height="30" width="150" x="550" y="317" as="geometry" />
        </mxCell>
        <mxCell id="6TYx0S4oUNZdPBhkwosm-42" parent="1" style="shape=umlLifeline;perimeter=lifelinePerimeter;whiteSpace=wrap;html=1;container=1;dropTarget=0;collapsible=0;recursiveResize=0;outlineConnect=0;portConstraint=eastwest;newEdgeStyle={&quot;curved&quot;:0,&quot;rounded&quot;:0};" value="Redis" vertex="1">
          <mxGeometry height="860" width="100" x="1280" y="240" as="geometry" />
        </mxCell>
        <mxCell id="6TYx0S4oUNZdPBhkwosm-43" edge="1" parent="1" style="endArrow=classic;html=1;rounded=0;" target="6TYx0S4oUNZdPBhkwosm-51" value="">
          <mxGeometry height="50" relative="1" width="50" as="geometry">
            <Array as="points">
              <mxPoint x="840" y="370" />
            </Array>
            <mxPoint x="730" y="370" as="sourcePoint" />
            <mxPoint x="930" y="370" as="targetPoint" />
          </mxGeometry>
        </mxCell>
        <mxCell id="6TYx0S4oUNZdPBhkwosm-44" parent="1" style="text;html=1;whiteSpace=wrap;strokeColor=none;fillColor=none;align=center;verticalAlign=middle;rounded=0;" value="repo exist?" vertex="1">
          <mxGeometry height="30" width="150" x="750" y="347" as="geometry" />
        </mxCell>
        <mxCell id="6TYx0S4oUNZdPBhkwosm-48" edge="1" parent="1" style="endArrow=none;html=1;rounded=0;startArrow=classic;startFill=1;endFill=0;dashed=1;" value="">
          <mxGeometry height="50" relative="1" width="50" as="geometry">
            <Array as="points" />
            <mxPoint x="929.5476190476193" y="482" as="sourcePoint" />
            <mxPoint x="1330" y="482" as="targetPoint" />
          </mxGeometry>
        </mxCell>
        <mxCell id="6TYx0S4oUNZdPBhkwosm-51" parent="1" style="shape=umlLifeline;perimeter=lifelinePerimeter;whiteSpace=wrap;html=1;container=1;dropTarget=0;collapsible=0;recursiveResize=0;outlineConnect=0;portConstraint=eastwest;newEdgeStyle={&quot;curved&quot;:0,&quot;rounded&quot;:0};" value="GitHubClient" vertex="1">
          <mxGeometry height="860" width="100" x="880" y="240" as="geometry" />
        </mxCell>
        <mxCell id="6TYx0S4oUNZdPBhkwosm-56" edge="1" parent="1" style="endArrow=none;html=1;rounded=0;startArrow=classic;startFill=1;endFill=0;dashed=1;" value="">
          <mxGeometry height="50" relative="1" width="50" as="geometry">
            <Array as="points">
              <mxPoint x="1039.1499999999999" y="542" />
            </Array>
            <mxPoint x="928.85" y="542" as="sourcePoint" />
            <mxPoint x="1129.1499999999999" y="542" as="targetPoint" />
          </mxGeometry>
        </mxCell>
        <mxCell id="6TYx0S4oUNZdPBhkwosm-57" parent="1" style="text;whiteSpace=wrap;" value="http.StatusOK" vertex="1">
          <mxGeometry height="40" width="110" x="990" y="518" as="geometry" />
        </mxCell>
        <mxCell id="6TYx0S4oUNZdPBhkwosm-58" parent="1" style="shape=umlLifeline;perimeter=lifelinePerimeter;whiteSpace=wrap;html=1;container=1;dropTarget=0;collapsible=0;recursiveResize=0;outlineConnect=0;portConstraint=eastwest;newEdgeStyle={&quot;curved&quot;:0,&quot;rounded&quot;:0};" value="GitHubAPI" vertex="1">
          <mxGeometry height="860" width="100" x="1080" y="240" as="geometry" />
        </mxCell>
        <mxCell id="6TYx0S4oUNZdPBhkwosm-59" edge="1" parent="1" style="endArrow=classic;html=1;rounded=0;" value="">
          <mxGeometry height="50" relative="1" width="50" as="geometry">
            <Array as="points">
              <mxPoint x="1040" y="512" />
            </Array>
            <mxPoint x="930" y="512" as="sourcePoint" />
            <mxPoint x="1130" y="512" as="targetPoint" />
          </mxGeometry>
        </mxCell>
        <mxCell id="6TYx0S4oUNZdPBhkwosm-60" parent="1" style="text;html=1;whiteSpace=wrap;strokeColor=none;fillColor=none;align=center;verticalAlign=middle;rounded=0;" value="repo exist?" vertex="1">
          <mxGeometry height="30" width="150" x="950" y="488" as="geometry" />
        </mxCell>
        <mxCell id="6TYx0S4oUNZdPBhkwosm-61" edge="1" parent="1" style="endArrow=none;html=1;rounded=0;startArrow=classic;startFill=1;endFill=0;dashed=1;" value="">
          <mxGeometry height="50" relative="1" width="50" as="geometry">
            <Array as="points" />
            <mxPoint x="729.6999999999998" y="601" as="sourcePoint" />
            <mxPoint x="929.5" y="601" as="targetPoint" />
          </mxGeometry>
        </mxCell>
        <mxCell id="6TYx0S4oUNZdPBhkwosm-62" parent="1" style="text;html=1;whiteSpace=wrap;strokeColor=none;fillColor=none;align=center;verticalAlign=middle;rounded=0;" value="true" vertex="1">
          <mxGeometry height="30" width="60" x="795" y="575" as="geometry" />
        </mxCell>
        <mxCell id="6TYx0S4oUNZdPBhkwosm-63" edge="1" parent="1" source="6TYx0S4oUNZdPBhkwosm-51" style="endArrow=classic;html=1;rounded=0;" target="6TYx0S4oUNZdPBhkwosm-42" value="">
          <mxGeometry height="50" relative="1" width="50" as="geometry">
            <Array as="points">
              <mxPoint x="1220" y="400" />
            </Array>
            <mxPoint x="1110" y="400" as="sourcePoint" />
            <mxPoint x="1490" y="400" as="targetPoint" />
          </mxGeometry>
        </mxCell>
        <mxCell id="6TYx0S4oUNZdPBhkwosm-64" parent="1" style="text;html=1;whiteSpace=wrap;strokeColor=none;fillColor=none;align=center;verticalAlign=middle;rounded=0;" value="repo exist?" vertex="1">
          <mxGeometry height="30" width="150" x="960" y="377" as="geometry" />
        </mxCell>
        <mxCell id="6TYx0S4oUNZdPBhkwosm-65" parent="1" style="text;html=1;whiteSpace=wrap;strokeColor=none;fillColor=none;align=center;verticalAlign=middle;rounded=0;" value="false" vertex="1">
          <mxGeometry height="30" width="60" x="1195" y="458" as="geometry" />
        </mxCell>
        <mxCell id="6TYx0S4oUNZdPBhkwosm-69" edge="1" parent="1" style="endArrow=classic;html=1;rounded=0;" value="">
          <mxGeometry height="50" relative="1" width="50" as="geometry">
            <Array as="points">
              <mxPoint x="1220" y="572" />
            </Array>
            <mxPoint x="930" y="572" as="sourcePoint" />
            <mxPoint x="1330" y="572" as="targetPoint" />
          </mxGeometry>
        </mxCell>
        <mxCell id="6TYx0S4oUNZdPBhkwosm-70" parent="1" style="text;html=1;whiteSpace=wrap;strokeColor=none;fillColor=none;align=center;verticalAlign=middle;rounded=0;" value="set repo" vertex="1">
          <mxGeometry height="30" width="60" x="1000" y="550" as="geometry" />
        </mxCell>
        <mxCell id="6TYx0S4oUNZdPBhkwosm-71" edge="1" parent="1" style="endArrow=classic;html=1;rounded=0;" value="">
          <mxGeometry height="50" relative="1" width="50" as="geometry">
            <Array as="points">
              <mxPoint x="840" y="631.6" />
            </Array>
            <mxPoint x="730" y="631.6" as="sourcePoint" />
            <mxPoint x="930" y="631.6" as="targetPoint" />
          </mxGeometry>
        </mxCell>
        <mxCell id="6TYx0S4oUNZdPBhkwosm-72" parent="1" style="text;html=1;whiteSpace=wrap;strokeColor=none;fillColor=none;align=center;verticalAlign=middle;rounded=0;" value="get latest release" vertex="1">
          <mxGeometry height="30" width="120" x="768" y="608" as="geometry" />
        </mxCell>
        <mxCell id="6TYx0S4oUNZdPBhkwosm-73" edge="1" parent="1" style="endArrow=classic;html=1;rounded=0;" value="">
          <mxGeometry height="50" relative="1" width="50" as="geometry">
            <Array as="points">
              <mxPoint x="1220" y="662" />
            </Array>
            <mxPoint x="930" y="662" as="sourcePoint" />
            <mxPoint x="1330" y="662" as="targetPoint" />
          </mxGeometry>
        </mxCell>
        <mxCell id="6TYx0S4oUNZdPBhkwosm-74" parent="1" style="text;html=1;whiteSpace=wrap;strokeColor=none;fillColor=none;align=center;verticalAlign=middle;rounded=0;" value="get latest release" vertex="1">
          <mxGeometry height="30" width="120" x="970" y="638" as="geometry" />
        </mxCell>
        <mxCell id="6TYx0S4oUNZdPBhkwosm-75" edge="1" parent="1" style="endArrow=none;html=1;rounded=0;startArrow=classic;startFill=1;endFill=0;dashed=1;" value="">
          <mxGeometry height="50" relative="1" width="50" as="geometry">
            <Array as="points" />
            <mxPoint x="930" y="737" as="sourcePoint" />
            <mxPoint x="1330" y="737" as="targetPoint" />
          </mxGeometry>
        </mxCell>
        <mxCell id="6TYx0S4oUNZdPBhkwosm-76" parent="1" style="text;html=1;whiteSpace=wrap;strokeColor=none;fillColor=none;align=center;verticalAlign=middle;rounded=0;" value="false" vertex="1">
          <mxGeometry height="30" width="60" x="1195" y="713" as="geometry" />
        </mxCell>
        <mxCell id="6TYx0S4oUNZdPBhkwosm-77" edge="1" parent="1" style="endArrow=classic;html=1;rounded=0;" value="">
          <mxGeometry height="50" relative="1" width="50" as="geometry">
            <Array as="points">
              <mxPoint x="1040" y="767" />
            </Array>
            <mxPoint x="930" y="767" as="sourcePoint" />
            <mxPoint x="1130" y="767" as="targetPoint" />
          </mxGeometry>
        </mxCell>
        <mxCell id="6TYx0S4oUNZdPBhkwosm-78" parent="1" style="text;html=1;whiteSpace=wrap;strokeColor=none;fillColor=none;align=center;verticalAlign=middle;rounded=0;" value="get latest release" vertex="1">
          <mxGeometry height="30" width="120" x="970" y="743" as="geometry" />
        </mxCell>
        <mxCell id="6TYx0S4oUNZdPBhkwosm-79" edge="1" parent="1" style="endArrow=none;html=1;rounded=0;startArrow=classic;startFill=1;endFill=0;dashed=1;" value="">
          <mxGeometry height="50" relative="1" width="50" as="geometry">
            <Array as="points">
              <mxPoint x="1040.1499999999996" y="797" />
            </Array>
            <mxPoint x="929.85" y="797" as="sourcePoint" />
            <mxPoint x="1130.1499999999996" y="797" as="targetPoint" />
          </mxGeometry>
        </mxCell>
        <mxCell id="6TYx0S4oUNZdPBhkwosm-80" parent="1" style="text;html=1;whiteSpace=wrap;strokeColor=none;fillColor=none;align=center;verticalAlign=middle;rounded=0;" value="release info" vertex="1">
          <mxGeometry height="30" width="130" x="965" y="773" as="geometry" />
        </mxCell>
        <mxCell id="6TYx0S4oUNZdPBhkwosm-82" edge="1" parent="1" style="endArrow=none;html=1;rounded=0;startArrow=classic;startFill=1;endFill=0;dashed=1;" value="">
          <mxGeometry height="50" relative="1" width="50" as="geometry">
            <Array as="points" />
            <mxPoint x="730" y="827" as="sourcePoint" />
            <mxPoint x="929.8000000000002" y="827" as="targetPoint" />
          </mxGeometry>
        </mxCell>
        <mxCell id="6TYx0S4oUNZdPBhkwosm-83" parent="1" style="text;html=1;whiteSpace=wrap;strokeColor=none;fillColor=none;align=center;verticalAlign=middle;rounded=0;" value="release info" vertex="1">
          <mxGeometry height="30" width="130" x="763" y="803" as="geometry" />
        </mxCell>
        <mxCell id="6TYx0S4oUNZdPBhkwosm-84" parent="1" style="shape=umlLifeline;perimeter=lifelinePerimeter;whiteSpace=wrap;html=1;container=1;dropTarget=0;collapsible=0;recursiveResize=0;outlineConnect=0;portConstraint=eastwest;newEdgeStyle={&quot;curved&quot;:0,&quot;rounded&quot;:0};" value="RepoRepo" vertex="1">
          <mxGeometry height="860" width="100" x="1480" y="240" as="geometry" />
        </mxCell>
        <mxCell id="6TYx0S4oUNZdPBhkwosm-86" edge="1" parent="1" style="endArrow=classic;html=1;rounded=0;" value="">
          <mxGeometry height="50" relative="1" width="50" as="geometry">
            <Array as="points">
              <mxPoint x="1020" y="857" />
            </Array>
            <mxPoint x="730" y="857" as="sourcePoint" />
            <mxPoint x="1529.500000000001" y="857" as="targetPoint" />
          </mxGeometry>
        </mxCell>
        <mxCell id="6TYx0S4oUNZdPBhkwosm-87" parent="1" style="text;html=1;whiteSpace=wrap;strokeColor=none;fillColor=none;align=center;verticalAlign=middle;rounded=0;" value="get or create repo" vertex="1">
          <mxGeometry height="30" width="160" x="748" y="833" as="geometry" />
        </mxCell>
        <mxCell id="6TYx0S4oUNZdPBhkwosm-88" parent="1" style="shape=umlLifeline;perimeter=lifelinePerimeter;whiteSpace=wrap;html=1;container=1;dropTarget=0;collapsible=0;recursiveResize=0;outlineConnect=0;portConstraint=eastwest;newEdgeStyle={&quot;curved&quot;:0,&quot;rounded&quot;:0};" value="UserRepo" vertex="1">
          <mxGeometry height="860" width="100" x="1680" y="240" as="geometry" />
        </mxCell>
        <mxCell id="6TYx0S4oUNZdPBhkwosm-90" edge="1" parent="1" style="endArrow=none;html=1;rounded=0;endFill=0;startArrow=classic;startFill=1;dashed=1;" value="">
          <mxGeometry height="50" relative="1" width="50" as="geometry">
            <Array as="points">
              <mxPoint x="1020" y="887" />
            </Array>
            <mxPoint x="730" y="887" as="sourcePoint" />
            <mxPoint x="1529" y="887" as="targetPoint" />
          </mxGeometry>
        </mxCell>
        <mxCell id="6TYx0S4oUNZdPBhkwosm-91" parent="1" style="text;html=1;whiteSpace=wrap;strokeColor=none;fillColor=none;align=center;verticalAlign=middle;rounded=0;" value="repo" vertex="1">
          <mxGeometry height="30" width="60" x="795" y="863" as="geometry" />
        </mxCell>
        <mxCell id="6TYx0S4oUNZdPBhkwosm-92" edge="1" parent="1" style="endArrow=classic;html=1;rounded=0;" value="">
          <mxGeometry height="50" relative="1" width="50" as="geometry">
            <Array as="points">
              <mxPoint x="1020" y="917" />
            </Array>
            <mxPoint x="730" y="917" as="sourcePoint" />
            <mxPoint x="1729.500000000001" y="917" as="targetPoint" />
          </mxGeometry>
        </mxCell>
        <mxCell id="6TYx0S4oUNZdPBhkwosm-93" parent="1" style="text;html=1;whiteSpace=wrap;strokeColor=none;fillColor=none;align=center;verticalAlign=middle;rounded=0;" value="get or create user" vertex="1">
          <mxGeometry height="30" width="160" x="750" y="893" as="geometry" />
        </mxCell>
        <mxCell id="6TYx0S4oUNZdPBhkwosm-94" edge="1" parent="1" style="endArrow=none;html=1;rounded=0;endFill=0;startArrow=classic;startFill=1;dashed=1;" value="">
          <mxGeometry height="50" relative="1" width="50" as="geometry">
            <Array as="points">
              <mxPoint x="1020.5" y="947" />
            </Array>
            <mxPoint x="730.5" y="947" as="sourcePoint" />
            <mxPoint x="1729.500000000001" y="947" as="targetPoint" />
          </mxGeometry>
        </mxCell>
        <mxCell id="6TYx0S4oUNZdPBhkwosm-95" parent="1" style="text;html=1;whiteSpace=wrap;strokeColor=none;fillColor=none;align=center;verticalAlign=middle;rounded=0;" value="user" vertex="1">
          <mxGeometry height="30" width="60" x="795" y="923" as="geometry" />
        </mxCell>
        <mxCell id="6TYx0S4oUNZdPBhkwosm-96" parent="1" style="shape=umlLifeline;perimeter=lifelinePerimeter;whiteSpace=wrap;html=1;container=1;dropTarget=0;collapsible=0;recursiveResize=0;outlineConnect=0;portConstraint=eastwest;newEdgeStyle={&quot;curved&quot;:0,&quot;rounded&quot;:0};" value="SubsRepo" vertex="1">
          <mxGeometry height="860" width="100" x="1880" y="240" as="geometry" />
        </mxCell>
        <mxCell id="6TYx0S4oUNZdPBhkwosm-98" edge="1" parent="1" style="endArrow=classic;html=1;rounded=0;" value="">
          <mxGeometry height="50" relative="1" width="50" as="geometry">
            <Array as="points">
              <mxPoint x="1020" y="977" />
            </Array>
            <mxPoint x="730" y="977" as="sourcePoint" />
            <mxPoint x="1929.500000000001" y="977" as="targetPoint" />
          </mxGeometry>
        </mxCell>
        <mxCell id="6TYx0S4oUNZdPBhkwosm-99" parent="1" style="text;html=1;whiteSpace=wrap;strokeColor=none;fillColor=none;align=center;verticalAlign=middle;rounded=0;" value="create pending&amp;nbsp;" vertex="1">
          <mxGeometry height="30" width="140" x="758" y="953" as="geometry" />
        </mxCell>
        <mxCell id="6TYx0S4oUNZdPBhkwosm-100" parent="1" style="shape=umlLifeline;perimeter=lifelinePerimeter;whiteSpace=wrap;html=1;container=1;dropTarget=0;collapsible=0;recursiveResize=0;outlineConnect=0;portConstraint=eastwest;newEdgeStyle={&quot;curved&quot;:0,&quot;rounded&quot;:0};" value="SubsRepo" vertex="1">
          <mxGeometry height="860" width="100" x="2080" y="240" as="geometry" />
        </mxCell>
        <mxCell id="6TYx0S4oUNZdPBhkwosm-103" edge="1" parent="1" style="endArrow=classic;html=1;rounded=0;" value="">
          <mxGeometry height="50" relative="1" width="50" as="geometry">
            <Array as="points">
              <mxPoint x="1020.5" y="1005.95" />
            </Array>
            <mxPoint x="730.5" y="1005.95" as="sourcePoint" />
            <mxPoint x="2129.5" y="1005.95" as="targetPoint" />
          </mxGeometry>
        </mxCell>
        <mxCell id="6TYx0S4oUNZdPBhkwosm-104" parent="1" style="text;html=1;whiteSpace=wrap;strokeColor=none;fillColor=none;align=center;verticalAlign=middle;rounded=0;" value="send confirmation" vertex="1">
          <mxGeometry height="30" width="140" x="758" y="983" as="geometry" />
        </mxCell>
        <mxCell id="6TYx0S4oUNZdPBhkwosm-105" parent="1" style="shape=umlLifeline;perimeter=lifelinePerimeter;whiteSpace=wrap;html=1;container=1;dropTarget=0;collapsible=0;recursiveResize=0;outlineConnect=0;portConstraint=eastwest;newEdgeStyle={&quot;curved&quot;:0,&quot;rounded&quot;:0};" value="User" vertex="1">
          <mxGeometry height="270" width="100" x="480" y="1190" as="geometry" />
        </mxCell>
        <mxCell id="6TYx0S4oUNZdPBhkwosm-106" parent="1" style="shape=umlLifeline;perimeter=lifelinePerimeter;whiteSpace=wrap;html=1;container=1;dropTarget=0;collapsible=0;recursiveResize=0;outlineConnect=0;portConstraint=eastwest;newEdgeStyle={&quot;curved&quot;:0,&quot;rounded&quot;:0};" value="RestAPI" vertex="1">
          <mxGeometry height="270" width="100" x="680" y="1190" as="geometry" />
        </mxCell>
        <mxCell id="6TYx0S4oUNZdPBhkwosm-107" parent="1" style="shape=umlLifeline;perimeter=lifelinePerimeter;whiteSpace=wrap;html=1;container=1;dropTarget=0;collapsible=0;recursiveResize=0;outlineConnect=0;portConstraint=eastwest;newEdgeStyle={&quot;curved&quot;:0,&quot;rounded&quot;:0};" value="UseCase" vertex="1">
          <mxGeometry height="270" width="100" x="880" y="1190" as="geometry" />
        </mxCell>
        <mxCell id="6TYx0S4oUNZdPBhkwosm-108" parent="1" style="shape=umlLifeline;perimeter=lifelinePerimeter;whiteSpace=wrap;html=1;container=1;dropTarget=0;collapsible=0;recursiveResize=0;outlineConnect=0;portConstraint=eastwest;newEdgeStyle={&quot;curved&quot;:0,&quot;rounded&quot;:0};" value="SMTPServer" vertex="1">
          <mxGeometry height="270" width="100" x="280" y="1190" as="geometry" />
        </mxCell>
        <mxCell id="6TYx0S4oUNZdPBhkwosm-110" edge="1" parent="1" style="endArrow=classic;html=1;rounded=0;" value="">
          <mxGeometry height="50" relative="1" width="50" as="geometry">
            <Array as="points">
              <mxPoint x="441" y="1270" />
            </Array>
            <mxPoint x="331" y="1270" as="sourcePoint" />
            <mxPoint x="530.5" y="1270" as="targetPoint" />
          </mxGeometry>
        </mxCell>
        <mxCell id="6TYx0S4oUNZdPBhkwosm-111" parent="1" style="text;html=1;whiteSpace=wrap;strokeColor=none;fillColor=none;align=center;verticalAlign=middle;rounded=0;" value="email with confirm" vertex="1">
          <mxGeometry height="30" width="200" x="325" y="1245" as="geometry" />
        </mxCell>
        <mxCell id="6TYx0S4oUNZdPBhkwosm-112" edge="1" parent="1" style="endArrow=classic;html=1;rounded=0;" value="">
          <mxGeometry height="50" relative="1" width="50" as="geometry">
            <Array as="points">
              <mxPoint x="640" y="1300" />
            </Array>
            <mxPoint x="530" y="1300" as="sourcePoint" />
            <mxPoint x="729.5" y="1300" as="targetPoint" />
          </mxGeometry>
        </mxCell>
        <mxCell id="6TYx0S4oUNZdPBhkwosm-113" parent="1" style="text;html=1;whiteSpace=wrap;strokeColor=none;fillColor=none;align=center;verticalAlign=middle;rounded=0;" value="GET api/v1/confirm/:token" vertex="1">
          <mxGeometry height="30" width="170" x="540" y="1275" as="geometry" />
        </mxCell>
        <mxCell id="6TYx0S4oUNZdPBhkwosm-114" edge="1" parent="1" style="endArrow=classic;html=1;rounded=0;" value="">
          <mxGeometry height="50" relative="1" width="50" as="geometry">
            <Array as="points">
              <mxPoint x="840.25" y="1330" />
            </Array>
            <mxPoint x="730.25" y="1330" as="sourcePoint" />
            <mxPoint x="929.75" y="1330" as="targetPoint" />
          </mxGeometry>
        </mxCell>
        <mxCell id="6TYx0S4oUNZdPBhkwosm-115" parent="1" style="text;html=1;whiteSpace=wrap;strokeColor=none;fillColor=none;align=center;verticalAlign=middle;rounded=0;" value="confirm" vertex="1">
          <mxGeometry height="30" width="60" x="800" y="1305" as="geometry" />
        </mxCell>
        <mxCell id="6TYx0S4oUNZdPBhkwosm-116" parent="1" style="shape=umlLifeline;perimeter=lifelinePerimeter;whiteSpace=wrap;html=1;container=1;dropTarget=0;collapsible=0;recursiveResize=0;outlineConnect=0;portConstraint=eastwest;newEdgeStyle={&quot;curved&quot;:0,&quot;rounded&quot;:0};" value="SubsRepo" vertex="1">
          <mxGeometry height="270" width="100" x="1080" y="1190" as="geometry" />
        </mxCell>
        <mxCell id="6TYx0S4oUNZdPBhkwosm-117" edge="1" parent="1" style="endArrow=classic;html=1;rounded=0;" value="">
          <mxGeometry height="50" relative="1" width="50" as="geometry">
            <Array as="points">
              <mxPoint x="1040.25" y="1360" />
            </Array>
            <mxPoint x="930.25" y="1360" as="sourcePoint" />
            <mxPoint x="1129.75" y="1360" as="targetPoint" />
          </mxGeometry>
        </mxCell>
        <mxCell id="6TYx0S4oUNZdPBhkwosm-118" parent="1" style="text;html=1;whiteSpace=wrap;strokeColor=none;fillColor=none;align=center;verticalAlign=middle;rounded=0;" value="confirm" vertex="1">
          <mxGeometry height="30" width="60" x="1005" y="1335" as="geometry" />
        </mxCell>
        <mxCell id="6TYx0S4oUNZdPBhkwosm-119" edge="1" parent="1" style="endArrow=none;html=1;rounded=0;dashed=1;startArrow=classic;startFill=1;endFill=0;" value="">
          <mxGeometry height="50" relative="1" width="50" as="geometry">
            <Array as="points">
              <mxPoint x="1040.25" y="1400" />
            </Array>
            <mxPoint x="930.25" y="1400" as="sourcePoint" />
            <mxPoint x="1129.75" y="1400" as="targetPoint" />
          </mxGeometry>
        </mxCell>
        <mxCell id="6TYx0S4oUNZdPBhkwosm-120" parent="1" style="text;html=1;whiteSpace=wrap;strokeColor=none;fillColor=none;align=center;verticalAlign=middle;rounded=0;" value="confirmed" vertex="1">
          <mxGeometry height="30" width="60" x="1005" y="1375" as="geometry" />
        </mxCell>
        <mxCell id="6TYx0S4oUNZdPBhkwosm-121" edge="1" parent="1" source="6TYx0S4oUNZdPBhkwosm-105" style="endArrow=none;html=1;rounded=0;dashed=1;startArrow=classic;startFill=1;endFill=0;" value="">
          <mxGeometry height="50" relative="1" width="50" as="geometry">
            <Array as="points">
              <mxPoint x="840.25" y="1434.71" />
            </Array>
            <mxPoint x="730.25" y="1434.71" as="sourcePoint" />
            <mxPoint x="929.75" y="1434.71" as="targetPoint" />
          </mxGeometry>
        </mxCell>
        <mxCell id="6TYx0S4oUNZdPBhkwosm-123" parent="1" style="text;whiteSpace=wrap;" value="subscription confirmed successfully" vertex="1">
          <mxGeometry height="40" width="220" x="734" y="1411" as="geometry" />
        </mxCell>
        <mxCell id="6TYx0S4oUNZdPBhkwosm-124" parent="1" style="shape=umlFrame;whiteSpace=wrap;html=1;pointerEvents=0;" value="alt" vertex="1">
          <mxGeometry height="133" width="480" x="860" y="457" as="geometry" />
        </mxCell>
        <mxCell id="6TYx0S4oUNZdPBhkwosm-126" edge="1" parent="1" style="endArrow=none;html=1;rounded=0;startArrow=classic;startFill=1;endFill=0;dashed=1;" value="">
          <mxGeometry height="50" relative="1" width="50" as="geometry">
            <Array as="points" />
            <mxPoint x="929.77" y="440" as="sourcePoint" />
            <mxPoint x="1330.2223809523807" y="440" as="targetPoint" />
          </mxGeometry>
        </mxCell>
        <mxCell id="6TYx0S4oUNZdPBhkwosm-127" parent="1" style="text;html=1;whiteSpace=wrap;strokeColor=none;fillColor=none;align=center;verticalAlign=middle;rounded=0;" value="true" vertex="1">
          <mxGeometry height="30" width="60" x="1195" y="410" as="geometry" />
        </mxCell>
        <mxCell id="6TYx0S4oUNZdPBhkwosm-128" parent="1" style="shape=umlFrame;whiteSpace=wrap;html=1;pointerEvents=0;" value="alt" vertex="1">
          <mxGeometry height="105" width="480" x="860" y="710" as="geometry" />
        </mxCell>
        <mxCell id="6TYx0S4oUNZdPBhkwosm-129" edge="1" parent="1" style="endArrow=none;html=1;rounded=0;startArrow=classic;startFill=1;endFill=0;dashed=1;" value="">
          <mxGeometry height="50" relative="1" width="50" as="geometry">
            <Array as="points" />
            <mxPoint x="930" y="700" as="sourcePoint" />
            <mxPoint x="1330" y="700" as="targetPoint" />
          </mxGeometry>
        </mxCell>
        <mxCell id="6TYx0S4oUNZdPBhkwosm-130" parent="1" style="text;html=1;whiteSpace=wrap;strokeColor=none;fillColor=none;align=center;verticalAlign=middle;rounded=0;" value="true" vertex="1">
          <mxGeometry height="30" width="60" x="1195" y="670" as="geometry" />
        </mxCell>
        <mxCell id="6TYx0S4oUNZdPBhkwosm-131" parent="1" style="shape=umlLifeline;perimeter=lifelinePerimeter;whiteSpace=wrap;html=1;container=1;dropTarget=0;collapsible=0;recursiveResize=0;outlineConnect=0;portConstraint=eastwest;newEdgeStyle={&quot;curved&quot;:0,&quot;rounded&quot;:0};" value="Cron" vertex="1">
          <mxGeometry height="550" width="100" x="280" y="1560" as="geometry" />
        </mxCell>
        <mxCell id="6TYx0S4oUNZdPBhkwosm-132" parent="1" style="shape=umlLifeline;perimeter=lifelinePerimeter;whiteSpace=wrap;html=1;container=1;dropTarget=0;collapsible=0;recursiveResize=0;outlineConnect=0;portConstraint=eastwest;newEdgeStyle={&quot;curved&quot;:0,&quot;rounded&quot;:0};" value="UseCase" vertex="1">
          <mxGeometry height="550" width="100" x="480" y="1560" as="geometry" />
        </mxCell>
        <mxCell id="6TYx0S4oUNZdPBhkwosm-133" edge="1" parent="1" style="endArrow=classic;html=1;rounded=0;" value="">
          <mxGeometry height="50" relative="1" width="50" as="geometry">
            <Array as="points">
              <mxPoint x="440" y="1640" />
            </Array>
            <mxPoint x="330" y="1640" as="sourcePoint" />
            <mxPoint x="529.5" y="1640" as="targetPoint" />
          </mxGeometry>
        </mxCell>
        <mxCell id="6TYx0S4oUNZdPBhkwosm-134" parent="1" style="text;html=1;whiteSpace=wrap;strokeColor=none;fillColor=none;align=center;verticalAlign=middle;rounded=0;" value="trigger&amp;nbsp;ProcessNotifications" vertex="1">
          <mxGeometry height="30" width="60" x="395" y="1617" as="geometry" />
        </mxCell>
        <mxCell id="6TYx0S4oUNZdPBhkwosm-135" parent="1" style="shape=umlLifeline;perimeter=lifelinePerimeter;whiteSpace=wrap;html=1;container=1;dropTarget=0;collapsible=0;recursiveResize=0;outlineConnect=0;portConstraint=eastwest;newEdgeStyle={&quot;curved&quot;:0,&quot;rounded&quot;:0};" value="RepoRepo" vertex="1">
          <mxGeometry height="550" width="100" x="680" y="1560" as="geometry" />
        </mxCell>
        <mxCell id="6TYx0S4oUNZdPBhkwosm-136" parent="1" style="shape=umlLifeline;perimeter=lifelinePerimeter;whiteSpace=wrap;html=1;container=1;dropTarget=0;collapsible=0;recursiveResize=0;outlineConnect=0;portConstraint=eastwest;newEdgeStyle={&quot;curved&quot;:0,&quot;rounded&quot;:0};" value="GitHubClient" vertex="1">
          <mxGeometry height="550" width="100" x="880" y="1560" as="geometry" />
        </mxCell>
        <mxCell id="6TYx0S4oUNZdPBhkwosm-137" edge="1" parent="1" style="endArrow=classic;html=1;rounded=0;" value="">
          <mxGeometry height="50" relative="1" width="50" as="geometry">
            <Array as="points">
              <mxPoint x="640.25" y="1670" />
            </Array>
            <mxPoint x="530.25" y="1670" as="sourcePoint" />
            <mxPoint x="729.75" y="1670" as="targetPoint" />
          </mxGeometry>
        </mxCell>
        <mxCell id="6TYx0S4oUNZdPBhkwosm-138" parent="1" style="text;html=1;whiteSpace=wrap;strokeColor=none;fillColor=none;align=center;verticalAlign=middle;rounded=0;" value="get all active repo" vertex="1">
          <mxGeometry height="30" width="130" x="560" y="1647" as="geometry" />
        </mxCell>
        <mxCell id="6TYx0S4oUNZdPBhkwosm-139" edge="1" parent="1" style="endArrow=none;html=1;rounded=0;startArrow=classic;startFill=1;endFill=0;dashed=1;" value="">
          <mxGeometry height="50" relative="1" width="50" as="geometry">
            <Array as="points">
              <mxPoint x="640.5" y="1700" />
            </Array>
            <mxPoint x="530.5" y="1700" as="sourcePoint" />
            <mxPoint x="730" y="1700" as="targetPoint" />
          </mxGeometry>
        </mxCell>
        <mxCell id="6TYx0S4oUNZdPBhkwosm-140" parent="1" style="text;html=1;whiteSpace=wrap;strokeColor=none;fillColor=none;align=center;verticalAlign=middle;rounded=0;" value="all repo" vertex="1">
          <mxGeometry height="30" width="60" x="595" y="1677" as="geometry" />
        </mxCell>
        <mxCell id="6TYx0S4oUNZdPBhkwosm-141" parent="1" style="shape=umlFrame;whiteSpace=wrap;html=1;pointerEvents=0;" value="loop 1" vertex="1">
          <mxGeometry height="480" width="1516" x="254" y="1610" as="geometry" />
        </mxCell>
        <mxCell id="6TYx0S4oUNZdPBhkwosm-142" edge="1" parent="1" style="endArrow=classic;html=1;rounded=0;" target="6TYx0S4oUNZdPBhkwosm-136" value="">
          <mxGeometry height="50" relative="1" width="50" as="geometry">
            <Array as="points">
              <mxPoint x="639.25" y="1730" />
            </Array>
            <mxPoint x="529.25" y="1730" as="sourcePoint" />
            <mxPoint x="728.75" y="1730" as="targetPoint" />
          </mxGeometry>
        </mxCell>
        <mxCell id="6TYx0S4oUNZdPBhkwosm-143" parent="1" style="shape=umlLifeline;perimeter=lifelinePerimeter;whiteSpace=wrap;html=1;container=1;dropTarget=0;collapsible=0;recursiveResize=0;outlineConnect=0;portConstraint=eastwest;newEdgeStyle={&quot;curved&quot;:0,&quot;rounded&quot;:0};" value="Redis" vertex="1">
          <mxGeometry height="550" width="100" x="1080" y="1560" as="geometry" />
        </mxCell>
        <mxCell id="6TYx0S4oUNZdPBhkwosm-144" parent="1" style="text;html=1;whiteSpace=wrap;strokeColor=none;fillColor=none;align=center;verticalAlign=middle;rounded=0;" value="get latest release" vertex="1">
          <mxGeometry height="30" width="170" x="540" y="1707" as="geometry" />
        </mxCell>
        <mxCell id="6TYx0S4oUNZdPBhkwosm-145" edge="1" parent="1" style="endArrow=classic;html=1;rounded=0;" value="">
          <mxGeometry height="50" relative="1" width="50" as="geometry">
            <Array as="points">
              <mxPoint x="1039.63" y="1760" />
            </Array>
            <mxPoint x="929.63" y="1760" as="sourcePoint" />
            <mxPoint x="1130" y="1760" as="targetPoint" />
          </mxGeometry>
        </mxCell>
        <mxCell id="6TYx0S4oUNZdPBhkwosm-146" parent="1" style="text;html=1;whiteSpace=wrap;strokeColor=none;fillColor=none;align=center;verticalAlign=middle;rounded=0;" value="get latest release" vertex="1">
          <mxGeometry height="30" width="170" x="940" y="1737" as="geometry" />
        </mxCell>
        <mxCell id="6TYx0S4oUNZdPBhkwosm-147" parent="1" style="shape=umlFrame;whiteSpace=wrap;html=1;pointerEvents=0;" value="alt" vertex="1">
          <mxGeometry height="90" width="490" x="860" y="1810" as="geometry" />
        </mxCell>
        <mxCell id="6TYx0S4oUNZdPBhkwosm-149" edge="1" parent="1" style="endArrow=none;html=1;rounded=0;startArrow=classic;startFill=1;endFill=0;dashed=1;" value="">
          <mxGeometry height="50" relative="1" width="50" as="geometry">
            <Array as="points">
              <mxPoint x="1040.25" y="1790" />
            </Array>
            <mxPoint x="930.25" y="1790" as="sourcePoint" />
            <mxPoint x="1129.75" y="1790" as="targetPoint" />
          </mxGeometry>
        </mxCell>
        <mxCell id="6TYx0S4oUNZdPBhkwosm-150" parent="1" style="text;html=1;whiteSpace=wrap;strokeColor=none;fillColor=none;align=center;verticalAlign=middle;rounded=0;" value="release info" vertex="1">
          <mxGeometry height="30" width="90" x="985" y="1770" as="geometry" />
        </mxCell>
        <mxCell id="6TYx0S4oUNZdPBhkwosm-152" edge="1" parent="1" style="endArrow=none;html=1;rounded=0;startArrow=classic;startFill=1;endFill=0;dashed=1;" value="">
          <mxGeometry height="50" relative="1" width="50" as="geometry">
            <Array as="points">
              <mxPoint x="840.62" y="1922" />
            </Array>
            <mxPoint x="529.87" y="1922" as="sourcePoint" />
            <mxPoint x="930.12" y="1922" as="targetPoint" />
          </mxGeometry>
        </mxCell>
        <mxCell id="6TYx0S4oUNZdPBhkwosm-153" parent="1" style="text;html=1;whiteSpace=wrap;strokeColor=none;fillColor=none;align=center;verticalAlign=middle;rounded=0;" value="release info" vertex="1">
          <mxGeometry height="30" width="90" x="785.37" y="1900" as="geometry" />
        </mxCell>
        <mxCell id="6TYx0S4oUNZdPBhkwosm-154" edge="1" parent="1" style="endArrow=none;html=1;rounded=0;startArrow=classic;startFill=1;endFill=0;dashed=1;" value="">
          <mxGeometry height="50" relative="1" width="50" as="geometry">
            <Array as="points">
              <mxPoint x="1040.25" y="1830" />
            </Array>
            <mxPoint x="930.25" y="1830" as="sourcePoint" />
            <mxPoint x="1129.75" y="1830" as="targetPoint" />
          </mxGeometry>
        </mxCell>
        <mxCell id="6TYx0S4oUNZdPBhkwosm-155" parent="1" style="text;html=1;whiteSpace=wrap;strokeColor=none;fillColor=none;align=center;verticalAlign=middle;rounded=0;" value="no release info" vertex="1">
          <mxGeometry height="30" width="90" x="985" y="1810" as="geometry" />
        </mxCell>
        <mxCell id="6TYx0S4oUNZdPBhkwosm-156" parent="1" style="shape=umlLifeline;perimeter=lifelinePerimeter;whiteSpace=wrap;html=1;container=1;dropTarget=0;collapsible=0;recursiveResize=0;outlineConnect=0;portConstraint=eastwest;newEdgeStyle={&quot;curved&quot;:0,&quot;rounded&quot;:0};" value="GitHubAPI" vertex="1">
          <mxGeometry height="550" width="100" x="1280" y="1560" as="geometry" />
        </mxCell>
        <mxCell id="6TYx0S4oUNZdPBhkwosm-157" edge="1" parent="1" style="endArrow=classic;html=1;rounded=0;" target="6TYx0S4oUNZdPBhkwosm-156" value="">
          <mxGeometry height="50" relative="1" width="50" as="geometry">
            <Array as="points">
              <mxPoint x="1039.81" y="1860" />
            </Array>
            <mxPoint x="929.81" y="1860" as="sourcePoint" />
            <mxPoint x="1130.1799999999998" y="1860" as="targetPoint" />
          </mxGeometry>
        </mxCell>
        <mxCell id="6TYx0S4oUNZdPBhkwosm-159" parent="1" style="text;html=1;whiteSpace=wrap;strokeColor=none;fillColor=none;align=center;verticalAlign=middle;rounded=0;" value="get latest release" vertex="1">
          <mxGeometry height="30" width="140" x="955" y="1837" as="geometry" />
        </mxCell>
        <mxCell id="6TYx0S4oUNZdPBhkwosm-160" edge="1" parent="1" style="endArrow=none;html=1;rounded=0;startArrow=classic;startFill=1;endFill=0;dashed=1;" value="">
          <mxGeometry height="50" relative="1" width="50" as="geometry">
            <Array as="points">
              <mxPoint x="1040.4" y="1890" />
            </Array>
            <mxPoint x="930.4" y="1890" as="sourcePoint" />
            <mxPoint x="1329.5900000000001" y="1890" as="targetPoint" />
          </mxGeometry>
        </mxCell>
        <mxCell id="6TYx0S4oUNZdPBhkwosm-161" parent="1" style="text;html=1;whiteSpace=wrap;strokeColor=none;fillColor=none;align=center;verticalAlign=middle;rounded=0;" value="latest release" vertex="1">
          <mxGeometry height="30" width="130" x="965" y="1867" as="geometry" />
        </mxCell>
        <mxCell id="6TYx0S4oUNZdPBhkwosm-162" edge="1" parent="1" style="endArrow=classic;html=1;rounded=0;" value="">
          <mxGeometry height="50" relative="1" width="50" as="geometry">
            <Array as="points">
              <mxPoint x="640.5" y="1950" />
            </Array>
            <mxPoint x="530.5" y="1950" as="sourcePoint" />
            <mxPoint x="730" y="1950" as="targetPoint" />
          </mxGeometry>
        </mxCell>
        <mxCell id="6TYx0S4oUNZdPBhkwosm-163" parent="1" style="text;html=1;whiteSpace=wrap;strokeColor=none;fillColor=none;align=center;verticalAlign=middle;rounded=0;" value="update last release tag" vertex="1">
          <mxGeometry height="30" width="150" x="550" y="1926" as="geometry" />
        </mxCell>
        <mxCell id="6TYx0S4oUNZdPBhkwosm-164" parent="1" style="shape=umlLifeline;perimeter=lifelinePerimeter;whiteSpace=wrap;html=1;container=1;dropTarget=0;collapsible=0;recursiveResize=0;outlineConnect=0;portConstraint=eastwest;newEdgeStyle={&quot;curved&quot;:0,&quot;rounded&quot;:0};" value="SubsRepo" vertex="1">
          <mxGeometry height="550" width="100" x="1480" y="1560" as="geometry" />
        </mxCell>
        <mxCell id="6TYx0S4oUNZdPBhkwosm-165" edge="1" parent="1" style="endArrow=classic;html=1;rounded=0;" target="6TYx0S4oUNZdPBhkwosm-164" value="">
          <mxGeometry height="50" relative="1" width="50" as="geometry">
            <Array as="points">
              <mxPoint x="640.5" y="1980" />
            </Array>
            <mxPoint x="530.5" y="1980" as="sourcePoint" />
            <mxPoint x="730" y="1980" as="targetPoint" />
          </mxGeometry>
        </mxCell>
        <mxCell id="6TYx0S4oUNZdPBhkwosm-166" parent="1" style="text;html=1;whiteSpace=wrap;strokeColor=none;fillColor=none;align=center;verticalAlign=middle;rounded=0;" value="get subscribers" vertex="1">
          <mxGeometry height="30" width="180" x="530" y="1958" as="geometry" />
        </mxCell>
        <mxCell id="6TYx0S4oUNZdPBhkwosm-167" parent="1" style="shape=umlFrame;whiteSpace=wrap;html=1;pointerEvents=0;" value="loop 2" vertex="1">
          <mxGeometry height="40" width="1290" x="460" y="2030" as="geometry" />
        </mxCell>
        <mxCell id="6TYx0S4oUNZdPBhkwosm-168" edge="1" parent="1" style="endArrow=none;html=1;rounded=0;startArrow=classic;startFill=1;endFill=0;dashed=1;" value="">
          <mxGeometry height="50" relative="1" width="50" as="geometry">
            <Array as="points">
              <mxPoint x="640" y="2010" />
            </Array>
            <mxPoint x="530" y="2010" as="sourcePoint" />
            <mxPoint x="1529.5" y="2010" as="targetPoint" />
          </mxGeometry>
        </mxCell>
        <mxCell id="6TYx0S4oUNZdPBhkwosm-169" parent="1" style="text;html=1;whiteSpace=wrap;strokeColor=none;fillColor=none;align=center;verticalAlign=middle;rounded=0;" value="subscribers" vertex="1">
          <mxGeometry height="30" width="60" x="1400" y="1988" as="geometry" />
        </mxCell>
        <mxCell id="6TYx0S4oUNZdPBhkwosm-170" parent="1" style="shape=umlLifeline;perimeter=lifelinePerimeter;whiteSpace=wrap;html=1;container=1;dropTarget=0;collapsible=0;recursiveResize=0;outlineConnect=0;portConstraint=eastwest;newEdgeStyle={&quot;curved&quot;:0,&quot;rounded&quot;:0};" value="EmailSender" vertex="1">
          <mxGeometry height="550" width="100" x="1680" y="1560" as="geometry" />
        </mxCell>
        <mxCell id="6TYx0S4oUNZdPBhkwosm-171" edge="1" parent="1" style="endArrow=classic;html=1;rounded=0;" target="6TYx0S4oUNZdPBhkwosm-170" value="">
          <mxGeometry height="50" relative="1" width="50" as="geometry">
            <Array as="points">
              <mxPoint x="640" y="2050" />
            </Array>
            <mxPoint x="530" y="2050" as="sourcePoint" />
            <mxPoint x="729.5" y="2050" as="targetPoint" />
          </mxGeometry>
        </mxCell>
        <mxCell id="6TYx0S4oUNZdPBhkwosm-172" parent="1" style="text;html=1;whiteSpace=wrap;strokeColor=none;fillColor=none;align=center;verticalAlign=middle;rounded=0;" value="send notification" vertex="1">
          <mxGeometry height="30" width="160" x="545" y="2028" as="geometry" />
+         </mxCell>
+         <object placeholders="1" c4Name="gRPC Handlers" c4Type="Component" c4Technology="gRPC, Protobuf" c4Description="Provides gRPC endpoints for internal service communication and subscription management." label="&lt;font style=&quot;font-size: 16px&quot;&gt;&lt;b&gt;%c4Name%&lt;/b&gt;&lt;/font&gt;&lt;div&gt;[%c4Type%: %c4Technology%]&lt;/div&gt;&lt;br&gt;&lt;div&gt;&lt;font style=&quot;font-size: 11px&quot;&gt;%c4Description%&lt;/font&gt;&lt;/div&gt;" id="V-gxPUOZhYaoiV7T6MKv-1">
+           <mxCell parent="1" style="rounded=1;whiteSpace=wrap;html=1;labelBackgroundColor=none;fillColor=#63BEF2;fontColor=#ffffff;align=center;arcSize=6;strokeColor=#2086C9;metaEdit=1;resizable=0;points=[[0.25,0,0],[0.5,0,0],[0.75,0,0],[1,0.25,0],[1,0.5,0],[1,0.75,0],[0.75,1,0],[0.5,1,0],[0.25,1,0],[0,0.75,0],[0,0.5,0],[0,0.25,0]];" vertex="1">
+             <mxGeometry height="120" width="240" x="-800" y="970" as="geometry" />
+           </mxCell>
+         </object>
+         <mxCell id="V-gxPUOZhYaoiV7T6MKv-2" edge="1" parent="1" source="V-gxPUOZhYaoiV7T6MKv-1" style="edgeStyle=orthogonalEdgeStyle;rounded=0;orthogonalLoop=1;jettySize=auto;html=1;entryX=0.75;entryY=0;entryDx=0;entryDy=0;entryPerimeter=0;exitX=0.5;exitY=1;exitDx=0;exitDy=0;exitPerimeter=0;" target="6TYx0S4oUNZdPBhkwosm-4">
+           <mxGeometry relative="1" as="geometry" />
+         </mxCell>
+         <mxCell id="V-gxPUOZhYaoiV7T6MKv-3" connectable="0" parent="V-gxPUOZhYaoiV7T6MKv-2" style="edgeLabel;html=1;align=center;verticalAlign=middle;resizable=0;points=[];" value="Calls methods on" vertex="1">
+           <mxGeometry relative="1" x="-0.8343" as="geometry">
+             <mxPoint as="offset" />
+           </mxGeometry>
        </mxCell>
      </root>
    </mxGraphModel>
  </diagram>
</mxfile>
